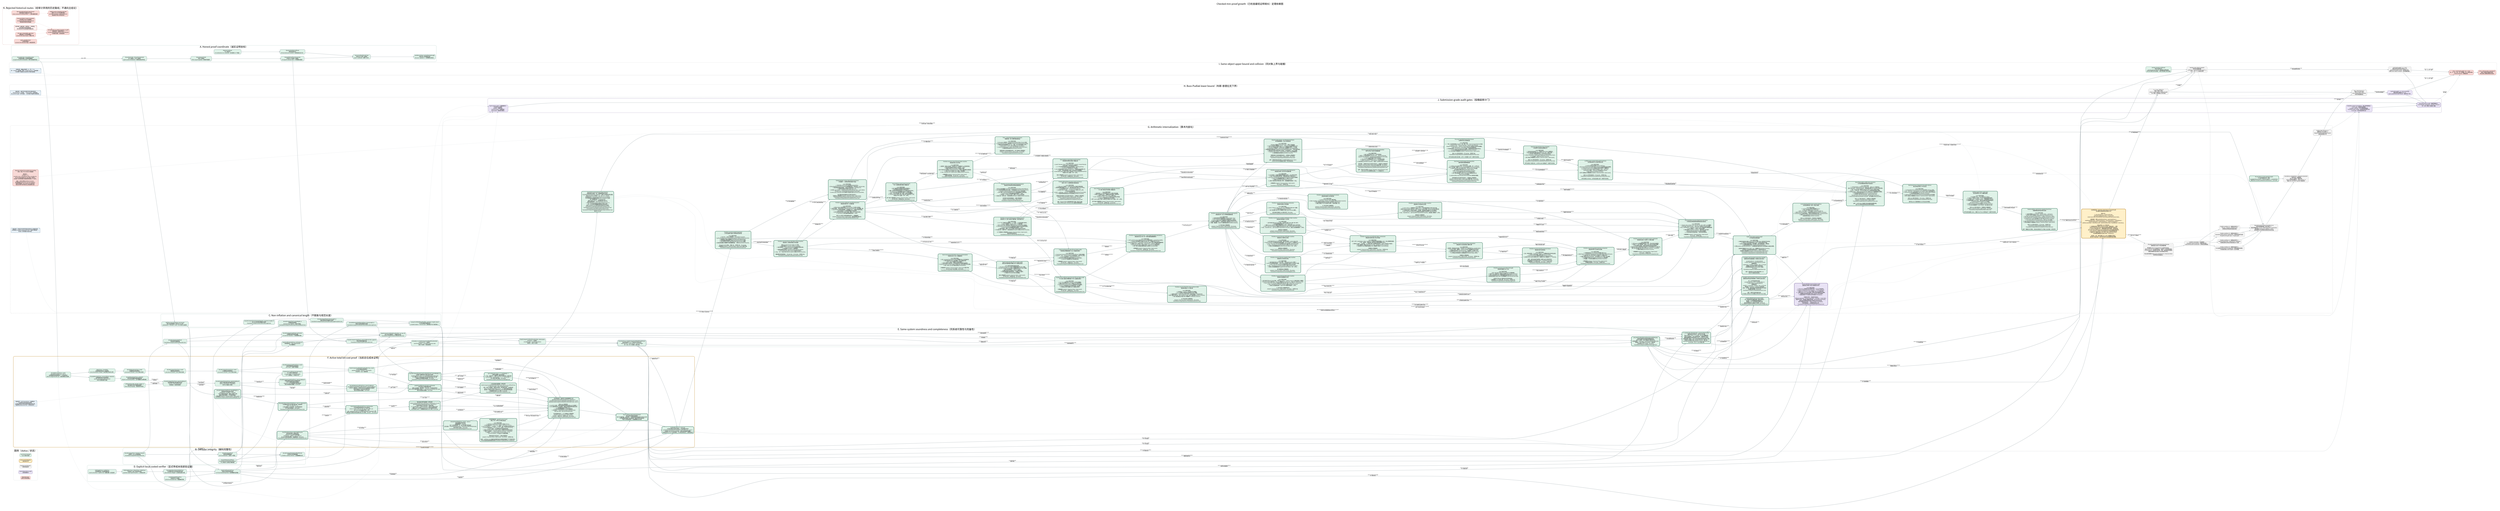
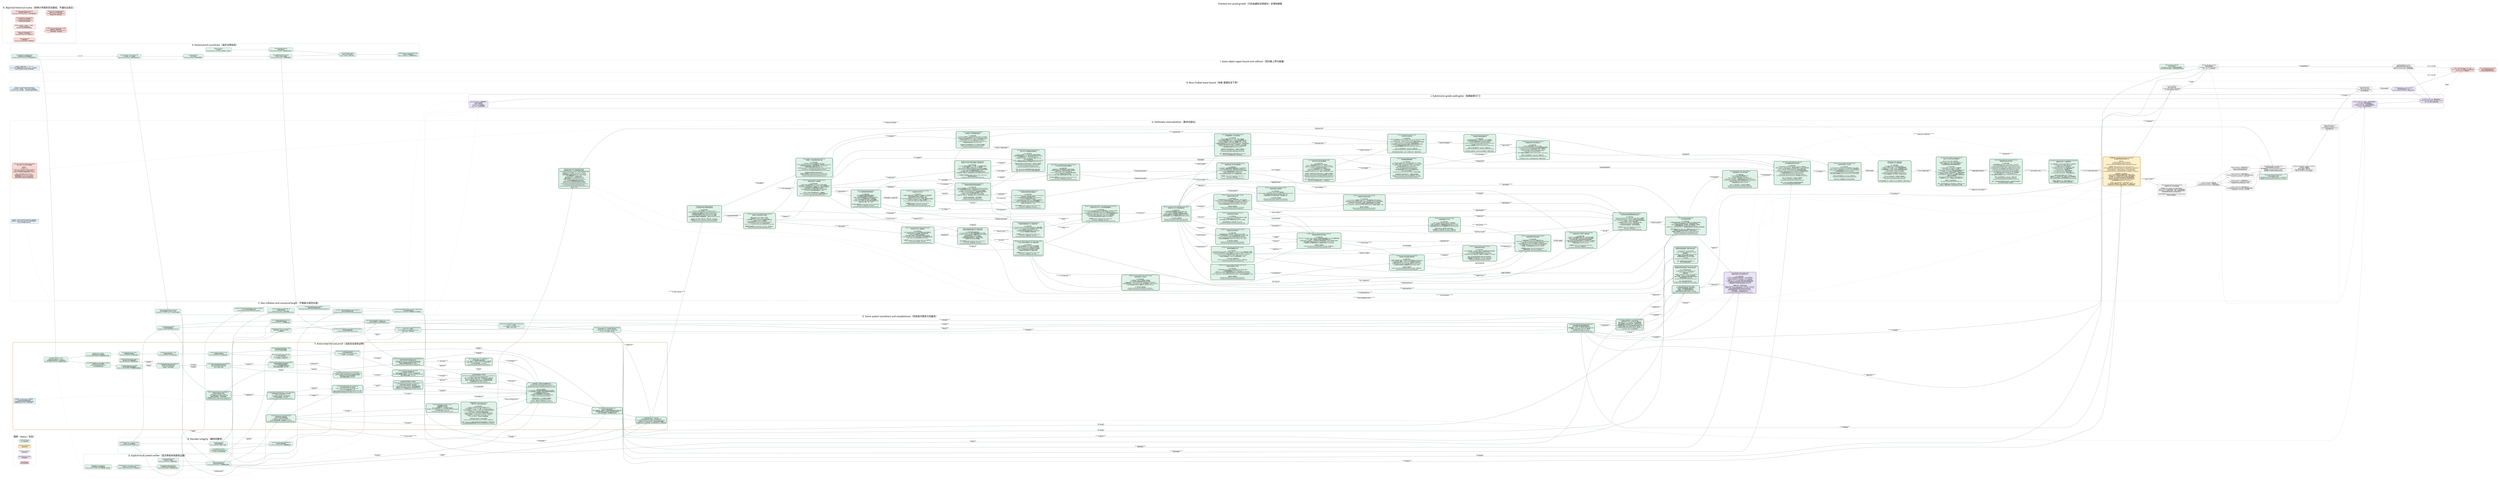
digraph CheckedMinProofDependencies {
  graph [
    rankdir=LR,
    bgcolor="white",
    compound=true,
    newrank=true,
    pad="0.35",
    nodesep="0.30",
    ranksep="0.62",
    fontname="Noto Sans CJK SC",
    fontsize=24,
    label="Checked min-proof growth（已检查最短证明增长）定理依赖图",
    labelloc="t",
    labeljust="c"
  ];
  node [
    shape=box,
    style="rounded,filled",
    fontname="Noto Sans CJK SC",
    fontsize=10.5,
    color="#526d75",
    fillcolor="#eef3f4",
    margin="0.14,0.09",
    penwidth=1.2
  ];
  edge [
    fontname="Noto Sans CJK SC",
    fontsize=8.5,
    color="#65777d",
    arrowsize=0.68,
    penwidth=1.05
  ];

  subgraph cluster_legend {
    label="图例（status / 状态）";
    color="#c8d1d4";
    style="rounded";
    done [label="Lean kernel checked\nLean 内核已检查", fillcolor="#dff2e8", color="#3f7c66"];
    active [label="Active proof obligation\n当前证明义务", fillcolor="#fff0c9", color="#b37a12", penwidth=2.2];
    pending [label="Pending root theorem\n待闭合根定理", fillcolor="#f3f3f3", color="#777777", style="rounded,filled,dashed"];
    audit [label="Axiom/dependency audit\n公理/依赖审计", fillcolor="#e9e3f5", color="#76639a"];
    rejected [label="Rejected route\n经审计弃用的路线", fillcolor="#f8d9d6", color="#a8443d", style="rounded,filled,dashed"];
  }

  subgraph cluster_coordinate {
    label="A. Honest proof coordinate（诚实证明坐标）";
    color="#8fb7aa";
    style="rounded";

    natcode [label="binaryNatCode / decodeBinaryNat\n自然数前缀码 / 自然数前缀解码\nescaped-bit prefix serialization（转义位前缀序列化）", fillcolor="#dff2e8"];
    syntaxcode [label="binaryTermCode + binaryFormulaCode\n项二进制码 + 公式二进制码\ntyped syntax serialization（类型化语法序列化）", fillcolor="#dff2e8"];
    sequentcode [label="binarySequentCode\n序列二进制码\nfinite sequent payload（有限序列载荷）", fillcolor="#dff2e8"];
    prooftree [label="CheckedPAProofTree.binaryCode\n已检查 PA 证明树二进制码\n10 sequent-calculus rules（十条相继式规则）", fillcolor="#dff2e8"];
    axiomcert [label="PAAxiomCertificate\nPA 公理证书\n23 constructors incl. induction（含归纳的 23 个构造）", fillcolor="#dff2e8"];
    structcert [label="StructuralValidityCertificate\n结构有效性证书\nall local witnesses counted（全部局部见证计长）", fillcolor="#dff2e8"];
    certifiedcode [label="binaryCertifiedPAProofCode\n带证书 PA 证明二进制码\nproof + certificate（证明 + 证书）", fillcolor="#dff2e8"];
    packedcode [label="packBinaryString / packedPayloadLength\n位串打包 / 有效载荷长度\nNat.size = payload + 1（自然数位长等式）", fillcolor="#dff2e8"];

    natcode -> syntaxcode [label="labels / 标签"];
    syntaxcode -> sequentcode;
    sequentcode -> prooftree;
    axiomcert -> structcert;
    prooftree -> certifiedcode;
    structcert -> certifiedcode;
    certifiedcode -> packedcode;
  }

  subgraph cluster_decoder {
    label="B. Decoder integrity（解码完整性）";
    color="#8fb7aa";
    style="rounded";

    typeddecoder [label="decodeCompactTerm / Formula / Sequent\n紧凑项 / 公式 / 序列解码器\nFoundationCompactPAProofVerifier.lean", fillcolor="#dff2e8"];
    proofdecoder [label="decodeCompactProof\n紧凑证明树解码器\nall 10 constructors（全部十个构造）", fillcolor="#dff2e8"];
    certdecoder [label="decodePAAxiomCertificate\ndecodeStructuralValidityCertificate\nPA 公理证书 / 结构证书解码器", fillcolor="#dff2e8"];
    packeddecoder [label="decodeCompactPackedCertifiedPAProof\n打包带证书证明解码器\nno hidden auxiliary witness（无隐藏辅助见证）", fillcolor="#dff2e8"];

    typeddecoder -> proofdecoder;
    certdecoder -> packeddecoder;
    proofdecoder -> packeddecoder;
  }

  subgraph cluster_size {
    label="C. Non-inflation and canonical length（不膨胀与规范长度）";
    color="#8fb7aa";
    style="rounded";

    structural [label="decodeCompactProof_parseWeight_le\n证明解码结构量界\nstructural non-inflation（结构不膨胀）\nFoundationCompactProofDecoderStructuralBound.lean", fillcolor="#dff2e8"];
    syntaxcanonical [label="decodeCompactTerm/Formula/Sequent_canonical_length_le\n项/公式/序列规范重编码长度界\nFoundationCompactCanonicalDecodeLength.lean", fillcolor="#dff2e8"];
    proofcanonical [label="decodeCompactProof_binaryLength_le\n完整证明树规范重编码长度界\nFoundationCompactProofCanonicalDecodeLengthComplete.lean", fillcolor="#dff2e8"];
    certcanonical [label="decodeStructuralValidityCertificate_binaryLength_le\n结构证书规范重编码长度界\nFoundationCompactCertificateCanonicalDecodeLength.lean", fillcolor="#dff2e8"];
    totalcanonical [label="compactCertifiedPAProofVerifier_canonical_length_bound\n公开验证器规范载荷总界\naccepted output <= honest input（接受输出不长于诚实输入）", fillcolor="#dff2e8"];
    transformsize [label="shift/free/neg/substitution size bounds\n移位/自由变量嵌入/否定/代入大小界\nsubstitution <= formula × term（代入至多公式乘项）", fillcolor="#dff2e8"];

    typeddecoder -> syntaxcanonical;
    proofdecoder -> structural;
    syntaxcanonical -> proofcanonical;
    certdecoder -> certcanonical;
    proofcanonical -> totalcanonical;
    certcanonical -> totalcanonical;
    syntaxcode -> transformsize;
  }

  subgraph cluster_explicit_local {
    label="D. Explicit local costed verifier（显式带成本局部验证器）";
    color="#8fb7aa";
    style="rounded";

    biteq [label="bitStringEqTrace / natEqTrace\n位串相等轨迹 / 自然数相等轨迹\nresult correctness + explicit cost（结果正确 + 显式成本）", fillcolor="#dff2e8"];
    bitset [label="bitStringMemTrace / SubsetTrace / SetEqTrace\n位串成员 / 包含 / 集合等价轨迹\nquadratic-style explicit bounds（二次型显式界）", fillcolor="#dff2e8"];
    formulalist [label="formulaEq/Mem/Subset/SetEqTrace\n公式相等/成员/包含/集合等价轨迹\ncode emission charged（公式码生成已计费）", fillcolor="#dff2e8"];
    listedtree [label="ListedCheckedPAProofTree\n列表序列 PA 证明树\npreserves decoded lists（保留解码列表）", fillcolor="#dff2e8"];
    listedcert [label="listedCertificateValidTrace\n列表证书有效性成本轨迹\nno Finset decide black box（无有限集判定黑箱）", fillcolor="#dff2e8"];

    biteq -> bitset;
    bitset -> formulalist;
    listedtree -> listedcert;
    formulalist -> listedcert;
    transformsize -> listedcert [label="local transforms\n局部变换"];
  }

  subgraph cluster_same_system {
    label="E. Same-system soundness and completeness（同系统可靠性与完备性）";
    color="#8fb7aa";
    style="rounded";

    listdecoder [label="decodeCompactListedProof\n列表保持证明解码器\nFoundationCompactListedProofDecoder.lean", fillcolor="#dff2e8"];
    projection [label="decodeCompactListedProof_toChecked\n列表解码投影到原检查器\n10-rule fuel induction（十规则燃料归纳）", fillcolor="#dff2e8"];
    localiff [label="listedCertificateValidTrace_toChecked_iff\n新局部轨迹 <-> 原 certificateValid\n语义精确等价", fillcolor="#dff2e8"];
    publiciff [label="listedCompactCertifiedPAProofVerifier_eq_true_iff\n新公开验证器接受 <-> 精确检查关系\nFoundationCompactListedCertifiedVerifier.lean", fillcolor="#dff2e8"];
    soundness [label="listedCompactCertifiedPAProofVerifier_toDerivation\nsoundness（可靠性）\naccepted code -> real PA Derivation2\n接受码 -> 真实 PA 推导", fillcolor="#dff2e8"];
    listencoder [label="decodeCompactListedProof_canonicalBinaryCode_append\n列表证明规范编码往返\nFoundationCompactListedProofEncoder.lean", fillcolor="#dff2e8"];
    completeness [label="derivation_to_listedCompactCertifiedPAProofVerifier\ncompleteness（完备性）\nreal PA derivation -> accepted canonical code\n真实 PA 推导 -> 规范接受码", fillcolor="#dff2e8"];
    predicate [label="Concrete P(x,y) / ListedCompactCertifiedPAProofChecks\n具体证明谓词 P(x,y) / 列表带证书检查关系\nsame formula + same checker + honest length\n同一公式 + 同一检查器 + 诚实长度", fillcolor="#dff2e8", penwidth=2.0];
    minmeasure [
      label="minListedCertifiedPAProofPayloadLength(formula)\n具体检查器诱导的最短完整载荷长度\n真实 PA 推导 -> 最小值由某个接受码实现\n任意接受码 -> minimum <= packedPayloadLength(code)\n接受码 -> 同公式真实 Derivation2（推导树）\n无项目级 proof_length；无 sorryAx\nFoundationCompactListedMinProofLength.lean",
      fillcolor="#dff2e8", color="#2f6f57", penwidth=2.8
    ];
    canonicalnormalize [
      label="P_canon(code, formulaCode) + canonical Bool verifier\n纯数值规范证明关系 + 规范布尔验证器\nBool verifier = true <-> P_canon，由 Lean 精确证明\n任意公开接受码 -> 同公式码规范码，完整载荷不增长\n最短完整载荷必由真实规范 proof + certificate 码实现\n全体码有限一致性 <-> 同 cutoff 的纯数值规范码有限一致性\n非规范/冗余编码不能人为压低 minimum（最小值）\nFoundationCompactListedCanonicalNormalization.lean\n无 sorryAx；仅三个 Lean 标准公理",
      fillcolor="#dff2e8", color="#2f6f57", penwidth=2.8
    ];

    typeddecoder -> listdecoder;
    listdecoder -> projection;
    proofdecoder -> projection;
    listedcert -> localiff;
    projection -> publiciff;
    localiff -> publiciff;
    packeddecoder -> publiciff;
    publiciff -> soundness;
    prooftree -> listencoder;
    listdecoder -> listencoder;
    listencoder -> completeness;
    listedcert -> completeness;
    soundness -> predicate;
    completeness -> predicate;
    predicate -> minmeasure [label="minimum over accepted codes\n对接受码取最小值"];
    completeness -> minmeasure [label="nonempty accepted set\n接受集合非空"];
    publiciff -> canonicalnormalize [label="decode every accepted code\n解码任意接受码"];
    listencoder -> canonicalnormalize [label="canonical re-encoding\n规范重编码"];
    totalcanonical -> canonicalnormalize [label="no payload growth\n载荷不增长"];
    minmeasure -> canonicalnormalize [label="minimum realized canonically\n最小值由规范码实现"];
  }

  subgraph cluster_cost_active {
    label="F. Active total bit-cost proof（当前总位成本证明）";
    color="#c18a27";
    style="rounded,bold";

    nattrace [label="decodeBinaryNatTrace_result\ndecodeBinaryNatTrace_cost_le\n自然数解码轨迹结果等价 + 二次位成本界\nNat.bit charged by Nat.size（按自然数位长收费）", fillcolor="#dff2e8", color="#3f7c66"];
    tracebind [label="OptionTrace + traceBind\n可选结果成本轨迹 + 轨迹绑定\nevery bind/failure charged（每次绑定/失败均计费）", fillcolor="#dff2e8", color="#3f7c66"];
    vectortrace [label="decodeManyVectorTrace_result\n向量解码轨迹结果等价\nLean kernel checked（Lean 内核已检查）", fillcolor="#dff2e8", color="#3f7c66"];
    termtrace [label="decodeCompactTermTrace_result\n项解码轨迹结果等价\nLean kernel checked（Lean 内核已检查）", fillcolor="#dff2e8", color="#3f7c66"];
    formulatrace [label="decodeCompactFormulaTrace_result\n公式解码轨迹结果等价\nLean kernel checked（Lean 内核已检查）", fillcolor="#dff2e8", color="#3f7c66"];
    prooftrace [label="decodeCompactListedProofTrace_result\n列表证明解码轨迹结果等价\nall 10 rules（全部十条规则）", fillcolor="#dff2e8", color="#3f7c66"];
    certtrace [label="PA/structural certificate decoder traces\nPA / 结构证书解码轨迹\n23 axiom tags + 4 recursive nodes\n23 个公理标签 + 4 种递归节点", fillcolor="#dff2e8", color="#3f7c66"];
    publictrace [label="listedCompactCertifiedPAProofVerifierTrace_result\n公开验证器轨迹结果等价\npacked envelope + formula + local checks\n打包外壳 + 公式 + 局部检查", fillcolor="#dff2e8", color="#3f7c66"];
    natpotential [label="decodeBinaryNatTrace_success/failure_potential\n自然数解码成功/失败势能界\nquartic consumed-prefix invariant\n四次已消费前缀不变量", fillcolor="#dff2e8", color="#3f7c66"];
    vectorpotential [label="decodeManyVectorTrace_potential\n任意长度向量解码摊还势能定理\ndisjoint consumed prefixes（互不重叠的已消费前缀）", fillcolor="#dff2e8", color="#3f7c66"];
    symbolcharge [label="arithmeticFunc/Rel_decode_charge_le\n算术函数/关系符号解码收费界\nfinite ORing language（有限有序环语言）", fillcolor="#dff2e8", color="#3f7c66"];
    termpotential [label="decodeCompactTermTrace_parserCostBound\n紧凑项解码器全路径摊还成本界\nsuccess + every failure path\n成功路径 + 全部失败路径", fillcolor="#dff2e8", color="#3f7c66"];
    formulapotential [label="decodeCompactFormulaTrace_parserCostBound\n紧凑公式解码器全路径摊还成本界\natoms / connectives / quantifiers\n原子式 / 联结词 / 量词", fillcolor="#dff2e8", color="#3f7c66"];
    proofpotential [
      label="decodeCompactListedProofTrace_parserCostBound\n列表证明树全路径四次势能成本界\n十条 PA 相继式规则全部通过\nand/cut 二叉子证明势能已望远镜相消\n成功/失败路径全覆盖；无 sorryAx",
      fillcolor="#dff2e8", color="#3f7c66"
    ];
    certpotential [
      label="decodePAAxiomCertificateTrace_parserCostBound\ndecodeStructuralValidityCertificateTrace_parserCostBound\n23 种 PA 公理标签 + 4 种递归证书节点全路径四次势能界\n归纳公理体和二元证书树已摊还闭合\n成功/失败路径全覆盖；无 sorryAx",
      fillcolor="#dff2e8", color="#3f7c66", penwidth=2.2
    ];
    packedcost [
      label="packed proof/formula decoder cost bounds\n打包证明/公式解码器成本界\n证明+证书串联、末位哨兵、dropLast、空后缀全部闭合\n两个公开打包解码器均不超过 2 × decoderPotential(Nat.size code)\n成功/失败路径全覆盖；无 sorryAx",
      fillcolor="#dff2e8", color="#2f6f57", penwidth=2.8
    ];
    transformcode [
      label="transformation binary-code length bounds\n语法变换完整二进制码长界\nshift/free/neg 均至多线性膨胀\nsubstitution：|phi[t]| <= 3(F+1)(W+1)F\n含 qpow 量词深度预算；无隐藏参数；无 sorryAx\nFoundationCompactSyntaxTransformationCodeBounds.lean",
      fillcolor="#dff2e8", color="#2f6f57", penwidth=2.8
    ];
    negtrace [
      label="binaryFormulaNegTrace_result / _cost_le\n否定变换真实递归轨迹\n结果精确等于 ∼formula\n每个公式构造收费一步；原子项向量不重复遍历\n执行成本 <= formulaSymbolCount <= |binaryFormulaCode(formula)|\n单文件探针已通过；无 sorryAx\nFoundationCompactSyntaxNegationTrace.lean",
      fillcolor="#dff2e8", color="#2f6f57", penwidth=2.8
    ];
    axmjoint [
      label="axm comparator input <= 2 * jointWeight + 1\n公理比较器输入联合坐标界\n上下文、候选句子、完整 PA 公理证书均落在同一诚实位权\ncertificateBits + sentenceBits + 1 <= 2 * jointWeight + 1\n四个坐标引理已通过；无 sorryAx\nFoundationCompactListedAxiomJointWeight.lean",
      fillcolor="#dff2e8", color="#2f6f57", penwidth=2.8
    ];
    honestproof [
      label="decodeCompactListedProof_honestWeight_le\n列表保持证明树诚实位权界\nweight(tree) + 8|suffix| <= 8|input|\n十条 PA 规则全部闭合；重复公式逐个计费\n覆盖任意成功解码，不只是规范编码\n公理画像仅 propext / Classical.choice / Quot.sound\nFoundationCompactListedProofHonestWeight.lean",
      fillcolor="#dff2e8", color="#2f6f57", penwidth=2.8
    ];
    honestcert [
      label="decodeCompactPackedListedCertifiedPAProof_honestWeight_le\n证明树+完整结构证书联合诚实位权界\njointWeight(tree,cert) <= 8 * packedPayloadLength(code)\nPA 公理证书 23 标签及递归证书全部由实际输入位计费\n无辅助见证和隐藏长度参数；无 sorryAx\nFoundationCompactListedCertifiedHonestWeight.lean",
      fillcolor="#dff2e8", color="#2f6f57", penwidth=2.8
    ];
    localprimitives [
      label="formulaEq/Mem/Subset/SetEqTrace_cost_le_polynomial\n公式相等/成员/包含/集合等价统一位成本界\nP(w) = 4 + 2(w+3)^2 + w\nw 是全部输入公式码位权，包含列表重复项\n四个端点全部通过；无 sorryAx\nFoundationCompactListedLocalCostPrimitives.lean",
      fillcolor="#dff2e8", color="#2f6f57", penwidth=2.8
    ];
    localbranches9 [
      label="10/10 listedCertificateValidTrace cost branches\n十条证明规则局部成本分支全部闭合\nclosed / verum / and / or / all / exs / wk / shift / cut：\n由 P(G(w)) 及生成语法界统一计费\naxm：由 A(w)=K*(2w+1)^12 的真实 guarded comparator 计费\n最终每节点固定多项式包络已由 Lean 检查；无 haxm、无 sorryAx",
      fillcolor="#dff2e8", color="#2f6f57", penwidth=2.8
    ];
    localinduction [
      label="联合坐标内部归纳骨架 + 具体实例\nlistedCertificateValidTrace_jointCost_le_polynomial_of_axm\nguardedListedCertificateValidTrace_jointCost_le\n十规则证明树/证书同步统一归纳已通过\nb = proofWeight + certificateWeight（证明+证书联合位权）\n抽象 haxm 已由真实 guarded axm 成本定理具体消除\n公开实例无 haxm；公理画像仅标准 Lean 公理；无 sorryAx",
      fillcolor="#dff2e8", color="#2f6f57", penwidth=2.8
    ];
    publicskeleton [
      label="公开总成本内部骨架 + 具体实例\nlistedCompactCertifiedPAProofVerifierTrace_cost_le_of_certificateTrace\ns = Nat.size(code) + Nat.size(formulaCode)\n合并：两个打包解码、局部证书检查、结论集合比较、公式码比较\nQ(s)=4*decoderPotential(s)+L(s)+1，L(s) 是显式固定多项式\n原先唯一内部证书成本义务现已由 guarded 联合成本定理消除\n公理画像仅标准 Lean 公理；无 sorryAx\nFoundationCompactListedPublicCostSkeleton.lean",
      fillcolor="#dff2e8", color="#2f6f57", penwidth=2.8
    ];
    publiccost [
      label="【主终端完成：具体带守卫检查器最终汇合】\nguardedListedCertificateValidTrace_jointCost_le\nguardedListedCompactCertifiedPAProofVerifierTrace_result\nguardedListedCompactCertifiedPAProofVerifierTrace_cost_le\n\n已由 Lean 内核检查：\n1. axm 的 23 标签、接受/拒绝路径和候选长度 guard 全部统一；\n2. axm 局部成本进入与证明树、结构证书相同的诚实联合位权；\n3. 十规则整树成本不再带 haxm；\n4. 公开轨迹结果精确等于公开验证器结果；\n5. 总位成本 <= listedPublicVerifierCostPolynomial(\n   Nat.size code + Nat.size formulaCode)。\n\n定向构建退出码 0；五个关键端点公理画像仅\npropext / Classical.choice / Quot.sound。\n无 haxm、无输入包、无项目公设、无 sorryAx。\nFoundationCompactListedGuardedAxiomCost.lean",
      fillcolor="#dff2e8", color="#2f6f57", penwidth=2.8
    ];
    amortized [label="Success/failure total potential bound\n成功/失败全路径总势能界\n两个打包解码器、语法变换、十规则局部检查和最终比较均已计费\n公开轨迹的所有输入对均满足同一固定多项式位成本界\n不是只分析接受路径；无隐藏辅助见证长度", fillcolor="#dff2e8", color="#2f6f57", style="rounded,filled", penwidth=2.8];
    costnote [shape=note, label="关键注释：result equivalence（结果等价）\n只证明轨迹没有改掉验证结果；\n必须再证明成功/失败全路径的固定多项式界，\n才能声称 polynomial time（多项式时间）。", fillcolor="#e8f1f8", color="#4e7892"];
    transformtrace [label="【共享终端完成：guarded axiom trace】\n移位 / 代入 / 带守卫公理比较轨迹\n\nLean 内核已检查：\n1. shift/free/substitution/list/fixitr 的真实 QTrace；\n2. fixitr 输出码长 <= 4*(L+1)^2；成本 <= 128*(m+L+1)^2*L；\n3. succInd 四次代入、三次否定、三个析取、两个全称量词全部真实执行；\n4. succInd 输出码长 <= 10^7*(L+1)^4；成本 <= 10^11*(L+1)^12；\n5. guard 完备：合法相等候选不会被提前拒绝；\n6. 接受分支 fixitr/allClosure/formulaEq 与拒绝分支总成本均闭合；\n7. 全部 23 标签统一：true iff certificate.sentence = candidate；\n8. 总成本 <= K*(certificateBits+sentenceBits+1)^12，\n   K=10^30+(3B+4)，B 为显式 26 句固定预算。\n\n两条验收命令退出码 0；关键公理画像仅\npropext / Classical.choice / Quot.sound；无 sorryAx、无项目公设。\n\n边界：certificate-only 直接生成完整归纳句在稀疏变量编号下不可能多项式；\n本节点完成的是保持接受关系的 candidate-length guarded comparator。", fillcolor="#dff2e8", color="#2f6f57", style="rounded,filled", penwidth=2.8];
    polytime [label="VerifierBitCost(x,y) <= p(|x|+|y|)\n公开验证器总位成本不超过一个显式固定多项式\nguardedListedCompactCertifiedPAProofVerifierTrace_cost_le\n对全部 code/formulaCode 成立，成功与失败路径均覆盖\n这里是项目 QTrace 位成本模型；PA 内短证明仍由下一簇单独完成", fillcolor="#dff2e8", color="#2f6f57", style="rounded,filled", penwidth=2.8];

    natcode -> nattrace;
    nattrace -> tracebind;
    tracebind -> vectortrace;
    vectortrace -> termtrace;
    termtrace -> formulatrace;
    formulatrace -> prooftrace;
    certdecoder -> certtrace;
    formulatrace -> certtrace;
    prooftrace -> publictrace;
    certtrace -> publictrace;
    publictrace -> amortized [label="exact behavior first\n先固定精确行为"];
    nattrace -> natpotential;
    natpotential -> vectorpotential;
    vectorpotential -> termpotential [label="argument vectors\n参数向量"];
    symbolcharge -> termpotential [label="finite symbol decoding\n有限符号解码"];
    termpotential -> formulapotential [label="terms inside atoms\n原子式中的项"];
    formulapotential -> proofpotential [label="formulas inside sequents\n序列中的公式"];
    proofpotential -> certpotential [label="proof/certificate alignment\n证明树/证书树对齐"];
    formulapotential -> certpotential [label="induction body\n归纳公理体"];
    certpotential -> packedcost [label="proof + certificate stream\n证明 + 证书串"];
    publictrace -> packedcost [label="same executable result\n同一可执行结果"];
    packedcost -> publiccost [label="decoded objects\n已解码对象"];
    transformsize -> transformcode [label="from symbol count to full bits\n从符号数提升到完整位长"];
    transformcode -> negtrace [label="input bit-length control\n输入位长控制"];
    negtrace -> publiccost [label="closed/cut negation charge\n闭合/切规则否定计费"];
    transformcode -> publiccost [label="generated-code bounds\n生成公式码长界"];
    listdecoder -> honestproof [label="all successful parses\n全部成功解码"];
    honestproof -> honestcert [label="proof-tree charge\n证明树计费"];
    certcanonical -> honestcert [label="full certificate bits\n完整证书位"];
    honestcert -> publiccost [label="joint decoded-data bound\n联合解码数据界"];
    honestcert -> axmjoint [label="proof + certificate coordinate\n证明 + 证书坐标"];
    axmjoint -> publiccost [label="guarded comparator input bound\n带守卫比较器输入界"];
    listedcert -> localprimitives [label="exact trace costs\n精确轨迹成本"];
    honestproof -> localprimitives [label="duplicate-preserving weights\n保留重复项位权"];
    localprimitives -> publiccost [label="uniform quadratic bound\n统一二次界"];
    localprimitives -> localbranches9 [label="per-rule instantiation\n逐规则实例化"];
    transformcode -> localbranches9 [label="generated syntax bounds\n生成语法界"];
    localbranches9 -> publiccost [label="nine checked branches\n九条已检查分支"];
    localbranches9 -> localinduction [label="structural aggregation\n结构汇总"];
    localinduction -> publiccost [label="haxm concretely discharged\nhaxm 已由具体定理消除"];
    localinduction -> publicskeleton [label="local certificate polynomial\n局部证书多项式"];
    packedcost -> publicskeleton [label="two packed decoder bounds\n两个打包解码界"];
    honestcert -> publicskeleton [label="decoded joint weight\n解码联合位权"];
    publicskeleton -> publiccost [label="concrete discharge checked\n具体消义务已检查"];
    listedcert -> publiccost [label="explicit local checks\n显式局部检查"];
    publiccost -> amortized;
    totalcanonical -> amortized [label="consumed-length control\n消费长度控制"];
    costnote -> amortized [style=dotted, arrowhead=none, constraint=false];
    transformcode -> transformtrace;
    transformtrace -> publiccost [label="guarded axm + shift/free/substitution costs\n带守卫公理 + 移位/自由化/代入成本"];
    amortized -> polytime;
    transformtrace -> polytime;
    totalcanonical -> polytime [label="input/output length control\n输入输出长度控制"];
    listedcert -> polytime [label="local cost bounds\n局部成本界"];
    predicate -> polytime [label="exact executable relation\n精确可执行关系"];
  }

  subgraph cluster_internalization {
    label="G. Arithmetic internalization（算术内部化）";
    color="#9a9a9a";
    style="rounded,dashed";

    defaultlistcode [label="Rejected: default Primcodable list encoding\n弃用：默认 Primcodable 列表编码\n\n源码审计：\nencode [] = 0；\nencode (x::xs) = succ(pair(encode x, encode xs))。\nNat.pair 的位长界对 tail code 带约 2 倍因子；\n沿长度 m 的列表递推只能直接得到潜在 2^m 放大。\n\n结论：它足以证明 primitive recursive，\n但不能承担 polynomial-size trace witness。\n改用长度前缀 + binaryNatCode 自定界流，\n使总位长等于各字段位长之和加线性头部。", fillcolor="#f8d9d6", color="#a8443d", style="rounded,filled,dashed", penwidth=2.4];
    additivecodecbase [label="Additive typed token codec base\n加法型类型化 token 编解码基础\n\nLean 内核已检查：\n1. Nat 用单 token；Bool 用显式 0/1 token；\n2. Option 只增加 0/1 标签；Product 直接拼接两段编码；\n3. List 使用 count :: flatMap encode，不使用嵌套 Nat.pair；\n4. 列表解码器按 count 迭代，保存反向累积表后恢复原顺序；\n5. Nat/Bool/Option/Product/List 均满足\n   decode(encode(x) ++ suffix)=some(x,suffix)；\n6. 全部 encode/decode/迭代函数为 primitive recursive；\n7. List 总位长精确等于 count 头位长 + 各元素位长之和。\n\n定向 Lean 探针退出码 0；关键端点公理画像仅\npropext / Classical.choice / Quot.sound；无 sorryAx。\nFoundationCompactAdditiveTokenCodec.lean\n\n本节点闭合通用 codec；完整 DirectTrace 实例化由下一绿色节点关闭。", fillcolor="#dff2e8", color="#2f6f57", penwidth=2.8];
-     directtracecode [label="Packed additive code for the complete DirectTrace\n完整直接轨迹的加法型打包码\n\nLean 内核已检查：\n1. 分层实例覆盖 parser states、stream states、root traces、\n   verifier states 及完整 CompactNumericListedDirectTrace；\n2. 总 token decoder(encoder(trace) ++ suffix)=some(trace,suffix)；\n3. binaryNatCode 与 packBinaryString 均已证 primitive recursive；\n4. packed trace code 与其完整 decoder 均为 primitive recursive；\n5. decode(code(trace))=some trace，故 trace code 单射；\n6. Nat.size(code(trace)) = additiveTokenBitLength(traceTokens)+1；\n7. 所有关键端点公理画像仅 propext / Classical.choice / Quot.sound。\n\n定向 Lean 探针退出码 0；无 sorryAx、无项目公设。\nFoundationCompactAdditiveTokenCodec.lean\nFoundationCompactNumericListedDirectTraceCode.lean\n\n边界：精确位长已得到，但尚未证明其关于公开输入位长的统一多项式界。", fillcolor="#dff2e8", color="#2f6f57", penwidth=2.8];
+     additiveweightexact [label="Exact honest token weight and packed-code size\n诚实 token 位权与打包码长精确等式\n\n定义 structural weight（结构位权）：\nweight(tokens) = sum_token (Nat.size(token) + 1)。\n其中 +1 明确支付每个 token 的自定界结构成本，\n没有把列表结构或分隔符成本藏在常数中。\n\nLean 内核已检查：\n1. weight 对空表、cons 与 append 有精确递推；\n2. binaryNatCode 总长度 = 2 * weight；\n3. Nat/Bool/Option/Product/List 编码位权均有精确组合公式；\n4. List 位权 = count 头位权 + 各元素编码位权之和；\n5. 定义 typed valueWeight（类型化值位权），积类型严格相加；\n6. 若列表每个元素 valueWeight <= B，则整个列表位权 <=\n   Nat.size(length)+1 + length*B；该行数乘逐行预算桥已核验；\n7. 最终打包自然数满足\n   Nat.size(packedCode(tokens)) = 2 * weight(tokens) + 1；\n8. 关键端点无 sorryAx，公理画像仅标准三项或其子集。\n\n单模块 Lean 探针退出码 0。\nFoundationCompactAdditiveTokenCodec.lean\n\n边界：本节点闭合通用 token 流与列表汇总；完整 DirectTrace\n已实例化，当前需证明每一合法状态行的统一位权界。", fillcolor="#dff2e8", color="#2f6f57", penwidth=2.8];
+     directtracecode [label="Packed additive code for the complete DirectTrace\n完整直接轨迹的加法型打包码\n\nLean 内核已检查：\n1. 分层实例覆盖 parser states、stream states、root traces、\n   verifier states 及完整 CompactNumericListedDirectTrace；\n2. 总 token decoder(encoder(trace) ++ suffix)=some(trace,suffix)；\n3. binaryNatCode 与 packBinaryString 均已证 primitive recursive；\n4. packed trace code 与其完整 decoder 均为 primitive recursive；\n5. decode(code(trace))=some trace，故 trace code 单射；\n6. Nat.size(code(trace)) = additiveTokenBitLength(traceTokens)+1；\n7. 定义完整轨迹诚实位权 traceWeight 后，进一步精确得到\n   Nat.size(code(trace)) = 2 * traceWeight(trace) + 1；\n8. 所有关键端点公理画像仅 propext / Classical.choice / Quot.sound。\n\n定向 Lean 探针退出码 0；无 sorryAx、无项目公设。\nFoundationCompactAdditiveTokenCodec.lean\nFoundationCompactNumericListedDirectTraceCode.lean\n\n边界：码长到结构位权的转换已完全闭合；尚需证明合法轨迹位权\n关于公开输入位长的统一多项式界。", fillcolor="#dff2e8", color="#2f6f57", penwidth=2.8];
+     tracecomponentdecomp [label="Exact twelve-component DirectTrace weight decomposition\n完整轨迹位权的十二分量精确分解\n\nLean 内核已检查：总 traceWeight 严格等于以下分量之和：\n1-2. certified/formula 两份公开 token 流；\n3-4. 两份 packed-stream 解包轨迹；\n5-7. proof/certificate/formula 三份外层 parser 轨迹；\n8. certified parsed parts（已认证解析结果包）；\n9. root proof node（根证明节点）；\n10. root-field direct trace（根字段直接轨迹）；\n11. parsed formula value（解析公式值）；\n12. central verifier state tableau（中央验证器状态表）。\n\n证明只打开总见证骨架上的 11 个积节点，\n明确停在十二个语义审计边界，没有用 simp 继续隐藏展开。\n定向 Lean 探针退出码 0；公理画像仅标准三项；无 sorryAx。\nFoundationCompactNumericListedDirectTraceCode.lean\n\n当前最大分量是第 12 项：其行数已精确为 fuel+1，\n尚需证明每一合法状态行的统一结构位权界。", fillcolor="#dff2e8", color="#2f6f57", penwidth=2.8];
    roottraceintegration [label="Root branch trace integrated into public witness\n根分支轨迹已接入公开总见证\n\nLean 内核已检查：\n1. CompactNumericListedDirectTrace 显式新增 rootTrace 字段；\n2. root、rootTrace、formulaValue 与 machine states 投影精确对齐；\n3. DirectTraceValid 直接调用带 rootTrace 的 certified-parts residual；\n4. 总有效性谓词继续为 primitive recursive；\n5. publicVerifier=true iff exists DirectTraceValid 的正反方向均重建；\n6. 两个总端点公理画像仅 propext / Classical.choice / Quot.sound。\n\n定向 Lean 探针退出码 0；无 sorryAx、无项目公设。\nFoundationCompactNumericListedDirectTrace.lean\n\n根字段 parser 结果黑箱已从公开总见证中移除。", fillcolor="#dff2e8", color="#2f6f57", penwidth=2.8];
    rootfieldtrace [label="Five exact root-field branch direct traces\n五类根字段分支直接轨迹\n\nLean 内核已检查：\n1. 一个统一见证同时容纳 sequent、第一/第二公式、term 与 closed-formula 轨迹；\n2. sequent-only、sequent+formula、sequent+two-formula、\n   sequent+formula+term、sequent+closed-formula 五种真实字段形状全覆盖；\n3. 每个分支 parser = some fields iff 存在对应直接轨迹；\n4. 字段值由真实 consumedTokenPrefix 重建，未使用的轨迹分量必须为空；\n5. 五个直接轨迹有效性谓词全部为 primitive recursive；\n6. 五个语义端点公理画像仅 propext / Classical.choice / Quot.sound。\n\n独立 Lean 探针退出码 0；无 sorryAx、无项目公设。\nFoundationCompactNumericListedRootFieldsDirectTrace.lean\n\n本节点闭合五类分支内部；公开 0..9 标签统一由下一绿色节点关闭。", fillcolor="#dff2e8", color="#2f6f57", penwidth=2.8];
    rootdirectdispatch [label="Exact ten-tag root direct-trace dispatch\n十标签根节点直接轨迹精确分派\n\nLean 内核已检查：\n1. 关系显式列出标签 0..9，不借用 whole parser 结果等式；\n2. 每个标签选择正确字段形状及 binder arity（绑定元数）；\n3. 空 token 流及标签不在 0..9 时不存在合法见证；\n4. whole root parser = some root iff 存在 tag-selected direct trace；\n5. 十分支统一关系为 primitive recursive；\n6. 两个端点公理画像仅 propext / Classical.choice / Quot.sound。\n\n独立 Lean 探针退出码 0；无 sorryAx、无项目公设。\nFoundationCompactNumericListedRootFieldsDirectTrace.lean\n\n本节点闭合十标签分派；certified-parts 接线由下一绿色节点关闭。", fillcolor="#dff2e8", color="#2f6f57", penwidth=2.8];
    rootresidualtrace [label="Certified-parts residual with explicit root trace\n显式根轨迹的已认证部件剩余关系\n\nLean 内核已检查：\n1. residual 现在显式接收 root 与 rootTrace；\n2. 旧 CompactNumericProofRootBranchValid 已由直接轨迹关系替换；\n3. consumed proof prefix 与根结论字段仍保持同一精确等式；\n4. certified-parts parser 成功 iff 存在同一 root、rootTrace、\n   proof parser 结果、certificate 空后缀及新 residual；\n5. 新 residual 为 primitive recursive；\n6. 两个关键端点公理画像仅 propext / Classical.choice / Quot.sound。\n\n定向 Lean 探针退出码 0；无 sorryAx、无项目公设。\nFoundationCompactNumericListedParseDecomposition.lean\n\n本节点闭合 residual；公开总见证接入由下一绿色节点关闭。", fillcolor="#dff2e8", color="#2f6f57", penwidth=2.8];
    listedconmeta [label="ListedCertifiedFiniteConsistencyAt(k)\n同一列表保持验证器的有限一致性元层语义\n无长度 <= k 的完整载荷码被接受为 ⊥\n普通及 2^(A*n) 放大版本无条件为真\n接受反向恢复同公式真实 PA 推导；无 sorryAx\nFoundationCompactListedFiniteConsistencyTarget.lean", fillcolor="#dff2e8", color="#2f6f57", penwidth=2.8];
    arithinput [label="Primitive-recursive packed input layer\n公开验证器打包输入的原始递归算术层\n\nLean 内核已检查：\n1. Nat.bits（小端二进制展开）为 primitive recursive；\n2. getLast?/dropLast 与 sentinel payload peel 均为 primitive recursive；\n3. 剥离成功 iff 输入精确等于 packBinaryString(payload)；\n4. 新剥离器结果精确等于现有 packedPayloadTrace 结果；\n5. decodeBinaryNat 已由 right-fold state machine 重建；\n6. 新状态机逐输入精确等于原前缀解码器，二者均为 primitive recursive。\n\n无 typed syntax 假设、无输入包、无项目公设、无 sorryAx；\n公理画像仅 propext / Classical.choice / Quot.sound 或其子集。\nFoundationCompactListedVerifierArithmeticInput.lean", fillcolor="#dff2e8", color="#2f6f57", penwidth=2.8];
    tokenstream [label="Primitive-recursive binary-Nat token stream machine\n原始递归二进制自然数记号流机器\n\n具体 bounded iterator 已由 Lean 检查：\n1. 状态明确区分 running / failed / accepted；\n2. 每步调用同一个 decodeBinaryNat 并保留真实剩余位串；\n3. 总步数由 inputBits+1 明确限制；\n4. 最终结果逐位串等于 repeated-prefix reference parser；\n5. binaryNatCode token stream 的规范往返成立；\n6. step、run、output 和 reference parser 全部 primitive recursive。\n\n覆盖畸形和非规范输入；无 rawCode、无 sorryAx、无项目公设。\nFoundationCompactBinaryNatStreamMachine.lean", fillcolor="#dff2e8", color="#2f6f57", penwidth=2.8];
    bitsync [label="Exact noncanonical bit/token stream synchronization\n非规范位流与 token 流精确同步\n\nLean 内核已检查：\n1. 定义 repeated decodeBinaryNat 的精确 token/位后缀关系；\n2. 关系可按任意 token 前后缀唯一切分并重新合成；\n3. 同一 token 前缀留下的位后缀唯一；\n4. 规范位编码只是特例，不把非规范高位零误判为规范码；\n5. bounded stream decoder 成功 iff 全部 token 恰好消费至空位后缀；\n6. 每个 token-list split 都对应真实 bit boundary。\n\n公理画像仅 propext / Classical.choice / Quot.sound 或其子集；\n无 canonical-input 假设、无 sorryAx。\nFoundationCompactBinaryNatStreamSynchronization.lean", fillcolor="#dff2e8", color="#2f6f57", penwidth=2.8];
    syntaxparser [label="Primitive-recursive arithmetic term/formula parser\n原始递归算术项 / 公式解析器\n\nLean 内核已检查：\n1. 纯 Nat token 状态机覆盖 bvar/fvar/func 与全部公式构造；\n2. 有序环函数、关系符号码与 typed decoder 的 decode₂ 条件精确一致；\n3. repeat frame 逐项处理参数，不按稀疏 arity 一次展开巨型任务表；\n4. 每个真实项 / 公式都有精确执行步数定理；\n5. 执行步数不超过真实 token 长度，固定二次 fuel 必然足够；\n6. 公开 parser 对规范编码精确返回同一 suffix。\n\n定向 Lean 探针与目标构建退出码 0；公理画像仅\npropext / Classical.choice / Quot.sound；静态禁用项扫描为空。\nFoundationCompactSyntaxTokenMachine.lean", fillcolor="#dff2e8", color="#2f6f57", penwidth=2.8];
    syntaxinversion [label="Exact arbitrary-input syntax inversion\n项 / 公式解析器任意输入精确反演\n\nLean 内核已检查：\n1. 每个纯数值任务栈都有类型化前缀语义；\n2. 每次数值状态转换反向保持该语义；\n3. 函数 / 关系符号有效码恢复同 arity 的真实有序环符号；\n4. repeat frame 恢复精确长度的 Fin 参数向量；\n5. 成功、失败及畸形输入统一由同一后向不变量覆盖；\n6. numeric parser 返回 suffix iff 输入等于某真实项 / 公式\n   的规范 token 前缀 ++ 同一 suffix。\n\n两个端点公理画像仅 propext / Classical.choice / Quot.sound；\n无 rawCode、无项目公设、无 sorryAx。\nFoundationCompactSyntaxTokenMachineInversion.lean", fillcolor="#dff2e8", color="#2f6f57", penwidth=2.8];
    syntaxbitsync [label="Typed syntax decoder iff exact token prefix\n类型化语法解码器与精确 token 前缀双向等价\n\nLean 内核已检查任意成功位串：\n1. decodeCompactTerm 成功 iff 精确消费该项 token 前缀；\n2. decodeCompactFormula 成功 iff 精确消费该公式 token 前缀；\n3. 两方向均保留同一个真实 bit suffix；\n4. 函数/关系符号代码由 decode₂ 精确恢复；\n5. 任意有限参数向量逐项同步，不隐藏 arity 展开；\n6. 非规范 binaryNat 表示完全覆盖。\n\n端点公理画像仅 propext / Classical.choice / Quot.sound；\n无 rawCode、无项目公设、无 sorryAx。\nFoundationCompactSyntaxBitTokenSynchronization.lean", fillcolor="#dff2e8", color="#2f6f57", penwidth=2.8];
    closedformula [label="Primitive-recursive closed-formula token machine\n原始递归闭公式记号机\n\nLean 内核已检查：\n1. 复用同一紧凑公式语法，但所有 term 位置遇到 fvar 标签即拒绝；\n2. 每次成功恢复真实类型化公式及同一 suffix；\n3. 恢复公式的 freeVariables 严格等于空集；\n4. 每个真实闭公式及每个 ArithmeticSentence 的嵌入规范编码必被接受；\n5. 成功 iff 闭公式规范 token 前缀，双向精确；\n6. step / bounded run / public parser 全部 primitive recursive。\n\n公理画像仅 propext / Classical.choice / Quot.sound；\n无额外闭性参数、无 rawCode、无 sorryAx。\nFoundationCompactClosedFormulaTokenMachine.lean", fillcolor="#dff2e8", color="#2f6f57", penwidth=2.8];
    proofparser [label="Primitive-recursive listed-proof structural parser\n原始递归列表保持证明树结构解析器\n\nLean 内核已检查：\n1. 纯 Nat 任务栈覆盖 closed/axm/verum/and/or/all/exs/wk/shift/cut；\n2. axm 标签现调用独立闭公式机，不再把普通 proposition 当 sentence；\n3. sequent cardinality 由 repeat-formula frame 逐项消费；\n4. 每个真实 ListedCheckedPAProofTree 都有精确执行步数定理；\n5. and/cut 左右子证明按编码顺序消费同一 suffix；\n6. 总步数 <= 2*tokenLength，固定二次 fuel 必然足够；\n7. 十标签分派、闭句分支、总状态机和公开 parser 全部 primitive recursive。\n\n定向探针及目标构建通过；关键公理画像仅\npropext / Classical.choice / Quot.sound。\nFoundationCompactProofTokenMachine.lean", fillcolor="#dff2e8", color="#2f6f57", penwidth=2.8];
    proofinversion [label="Exact arbitrary-input listed-proof inversion\n列表保持证明树任意输入精确反演\n\nLean 内核已检查：\n1. proof / formula / term / repeat-formula / sequent / closed-formula\n   六类任务统一具有类型化前缀语义；\n2. 十个节点标签的每条反向分支均恢复同一 typed proof tree；\n3. and/cut 严格恢复左右子树次序；\n4. axm 分支恢复真实 ArithmeticSentence，不接受含自由变量公式；\n5. 成功、失败及畸形输入由同一后向状态不变量覆盖；\n6. proof token parser 成功 iff 输入为某真实 ListedCheckedPAProofTree\n   的规范 token 前缀 ++ 同一 suffix。\n\n端点公理画像仅 propext / Classical.choice / Quot.sound；\n无 rawCode、无项目公设、无 sorryAx。\nFoundationCompactProofTokenMachineInversion.lean", fillcolor="#dff2e8", color="#2f6f57", penwidth=2.8];
    certparser [label="Primitive-recursive PA/structural certificate parsers\n原始递归 PA 公理 / 结构证书解析器（规范完备方向）\n\nLean 内核已检查：\n1. 23 个 PA 公理标签全部覆盖；0..21 固定，3/4 校验函数/关系码；\n2. tag 22 调用同一 binder-arity-1 公式解析器；\n3. 新 PA 证书 token 编码逐证书等于旧 binary code 的 Nat 前缀流；\n4. leaf/axiomCert/unary/binary 四类结构证书由显式任务栈递归解析；\n5. binary 左右子证书按编码顺序消费同一 suffix；\n6. 线性步数界、固定二次 fuel 和两个规范往返端点均已闭合；\n7. PA 标签分派、结构节点、总状态机和公开 parser 全部 primitive recursive。\n\n七个关键端点公理画像仅 propext / Classical.choice / Quot.sound；\n静态禁用项扫描为空。\nFoundationCompactCertificateTokenMachine.lean", fillcolor="#dff2e8", color="#2f6f57", penwidth=2.8];
    certinversion [label="Exact arbitrary-input PA/structural certificate inversion\nPA 公理 / 结构证书任意输入精确反演\n\nLean 内核已检查：\n1. 固定标签 0..21 逐项恢复对应 PA 公理证书构造器；\n2. 标签 3/4 恢复同 arity、同编码的真实函数 / 关系符号；\n3. 标签 22 恢复 binder-arity-1 归纳公式；\n4. leaf / axiomCert / unary / binary 四类节点全部反向恢复；\n5. binary 严格恢复左右子证书顺序；\n6. 两个 parser 成功 iff 输入为真实证书规范 token 前缀 ++ 同一 suffix。\n\n两个端点公理画像仅 propext / Classical.choice / Quot.sound；\n无 rawCode、无项目公设、无 sorryAx。\nFoundationCompactCertificateTokenMachineInversion.lean", fillcolor="#dff2e8", color="#2f6f57", penwidth=2.8];
    proofbitsync [label="Listed proof typed decoder iff exact token prefix\n列表保持证明解码器与 token 前缀双向等价\n\nLean 内核已检查：\n1. closed/axm/verum/and/or/all/exs/wk/shift/cut 十规则全覆盖；\n2. sequent、term、formula 与左右子证明保留同一真实 bit suffix；\n3. axm 分支恢复同一 ArithmeticSentence；\n4. 成功方向与完备方向均覆盖非规范 binaryNat 表示；\n5. and/cut 严格保留左右子树消费次序。\n\n公理画像仅 propext / Classical.choice / Quot.sound；\n无 rawCode、无项目公设、无 sorryAx。\nFoundationCompactProofBitTokenSynchronization.lean", fillcolor="#dff2e8", color="#2f6f57", penwidth=2.8];
    certbitsync [label="PA/structural certificate typed decoder iff exact token prefix\nPA 公理 / 结构证书解码器与 token 前缀双向等价\n\nLean 内核已检查：\n1. 23 个 PA 公理标签及 induction 公式体全部覆盖；\n2. 函数/关系符号由 decode₂ 恢复同 arity 真实符号；\n3. leaf/axiomCert/unary/binary 四类递归证书全覆盖；\n4. binary 严格保留左右证书顺序及同一位后缀；\n5. 任意成功位串与精确 token 前缀双向等价。\n\n公理画像仅 propext / Classical.choice / Quot.sound；\n无 rawCode、无项目公设、无 sorryAx。\nFoundationCompactCertificateBitTokenSynchronization.lean", fillcolor="#dff2e8", color="#2f6f57", penwidth=2.8];
    packedtokensync [label="Primitive-recursive packed stream + exact typed-decoder equivalence\n原始递归打包 token 流 + 类型化解码器精确等价\n\nLean 内核已检查：\n1. 公开 code 的 sentinel 哨兵位与 payload 剥离使用同一 packedPayloadBits；\n2. payload 逐前缀转为完整 Nat token 流，流函数已证 Primrec；\n3. listed proof tokens ++ structural certificate tokens 按公开解码顺序精确拼接；\n4. 证明码 token 流成功 iff 同一 typed proof + certificate 解码成功；\n5. formulaCode token 流成功 iff 同一 typed formula 解码成功；\n6. 两个等价均保留全载荷消费与非规范 binaryNat 表示。\n\n公理画像仅 propext / Classical.choice / Quot.sound；\n无 rawCode、无项目公设、无 sorryAx。\nFoundationCompactListedPackedBitTokenSynchronization.lean", fillcolor="#dff2e8", color="#2f6f57", penwidth=2.8];
    numericvalues [label="Primitive-recursive term/formula/sequent value parsers\n原始递归项 / 公式 / 序列数值值解析器\n\nLean 内核已检查：\n1. 在结构判断同时保留精确 canonical token slice；\n2. term 与 formula 解析返回已消费值及同一 suffix；\n3. sequent 按首 token 的基数逐公式解析并保持原顺序；\n4. 规范输入精确往返；任意成功输入恢复真实 typed syntax；\n5. 单值、重复值、sequent 总解析器全部 primitive recursive。\n\n九个审计端点公理画像仅\npropext / Classical.choice / Quot.sound；无 sorryAx。\nFoundationCompactNumericSyntaxValueParser.lean", fillcolor="#dff2e8", color="#2f6f57", penwidth=2.8];
    numericchecks [label="Primitive-recursive numeric formula-list checks\n原始递归数值公式列表检查\n\nLean 内核已检查：\n1. canonical formula token 编码单射；\n2. token equality / membership / subset / set equality 全部 primitive recursive；\n3. 四个结果在任意规范公式列表上逐点等于 typed trace；\n4. 重复元素按 Finset 外延语义处理，与原检查器一致。\n\n九个审计端点公理画像仅\npropext / Classical.choice / Quot.sound；无 sorryAx。\nFoundationCompactNumericFormulaListChecks.lean", fillcolor="#dff2e8", color="#2f6f57", penwidth=2.8];
    numericconstructors [label="Primitive-recursive direct formula constructors\n原始递归直接公式构造器\n\nLean 内核已检查：\n1. verum / falsum / and / or / all / exs 六种构造全为纯 token 函数；\n2. 六个函数全部 primitive recursive；\n3. 每个规范输入逐 token 精确等于真实 typed formula 编码。\n\n审计端点仅依赖 Lean 标准公理；无 sorryAx。\nFoundationCompactNumericFormulaConstructors.lean", fillcolor="#dff2e8", color="#2f6f57", penwidth=2.8];
    numericnegation [label="Primitive-recursive formula-negation token machine\n原始递归公式否定记号机\n\nLean 内核已检查：\n1. 运行状态只有 Nat 与 Nat 列表，不把 typed syntax 当输入；\n2. term 记号逐项原样复制，八种 formula 标签执行真实 De Morgan 对偶；\n3. term / term-list / formula 的完整任务执行语义均已闭合；\n4. step、bounded run 与公开 transform 全部 primitive recursive；\n5. 规范公式前缀精确返回 negated formula tokens + 同一 suffix。\n\n两个最终端点公理画像仅\npropext / Classical.choice / Quot.sound；无 sorryAx。\nFoundationCompactNumericFormulaNegation.lean", fillcolor="#dff2e8", color="#2f6f57", penwidth=2.8];
    numericshift [label="Primitive-recursive formula-shift token machine\n原始递归公式移位记号机\n\nLean 内核已检查：\n1. 运行状态只有 Nat 与 Nat 列表，逐任务消费同一 parser token 流；\n2. bound variable 与全部结构标签原样保留，free variable [1,i] 精确变为 [1,i+1]；\n3. term / term-list / formula 的完整执行语义逐点等于 Rewriting.shift；\n4. step、bounded run 与公开 transform 全部 primitive recursive；\n5. 规范公式前缀精确返回 shifted formula tokens + 同一 suffix。\n\n最终端点公理画像仅\npropext / Classical.choice / Quot.sound；无 sorryAx。\nFoundationCompactNumericFormulaShift.lean", fillcolor="#dff2e8", color="#2f6f57", penwidth=2.8];
    numericfree [label="Primitive-recursive formula-free token machine\n原始递归公式自由化记号机\n\nLean 内核已检查：\n1. source arity n+1 精确降到 target arity n，任务栈携带量词下真实当前元数；\n2. 最后 bound variable 变为 &0，较早 bound variable 保持，旧 free variable 取后继；\n3. 仅消费长度为 2 的真实变量头，空消费、失败路径及函数头均不会误触发；\n4. term / term-list / formula 沿元数等式的完整语义逐点等于 Rewriting.free；\n5. step、bounded run、公开 transform 均 primitive recursive，规范输入保留同一 suffix。\n\n最终端点公理画像仅\npropext / Classical.choice / Quot.sound；无 sorryAx。\nFoundationCompactNumericFormulaFree.lean", fillcolor="#dff2e8", color="#2f6f57", penwidth=2.8];
    numericsubstitution [label="Primitive-recursive one-variable substitution token machine\n原始递归单变量代入记号机\n\nLean 内核已检查：\n1. 运行状态只有 Nat 与 Nat 列表，见证项以固定 token 输入进入迭代；\n2. 任务栈精确跟踪量词下 source arity 1+d；\n3. 最后 bound variable 替换为完整闭见证 token，其余变量与结构头原样保留；\n4. term / term-list / formula 完整执行语义逐 token 等于 ((Rew.subst ![w]).qpow d)；\n5. step、bounded run、公开 transform 均 primitive recursive，规范公式前缀保留同一 suffix。\n\n最终端点公理画像仅\npropext / Classical.choice / Quot.sound；无 sorryAx。\nFoundationCompactNumericFormulaSubstitution.lean", fillcolor="#dff2e8", color="#2f6f57", penwidth=2.8];
    numericfixitr [label="Primitive-recursive formula-fixitr token machine\n原始递归变量捕获记号机\n\nLean 内核已检查：\n1. 运行状态只有 Nat 与 Nat 列表，任意 base arity n、capture count m 与量词深度 d 均覆盖；\n2. bound variable 保持不变；free i<m 精确变为 bound n+d+i；其余 free i 变为 free (i-m)；\n3. term / term-list / formula 完整执行语义逐 token 等于 ((Rew.fixitr n m).qpow d)；\n4. step、bounded run 与公开 transform 全部 primitive recursive；\n5. 规范公式前缀返回同一 typed fixitr 结果并保留同一 suffix。\n\n十个审计端点公理画像至多为\npropext / Classical.choice / Quot.sound；无 sorryAx、无项目公设。\nFoundationCompactNumericFormulaFixitr.lean", fillcolor="#dff2e8", color="#2f6f57", penwidth=2.8];
    numericsuccind [label="Primitive-recursive succInd(body) token construction\n原始递归后继归纳公式记号构造\n\nLean 内核已检查：\n1. 每个 shift / substitution / fixitr / negation 子变换必须完整消费输入公式，禁止忽略畸形尾部；\n2. 零、开放零、开放后继三类见证均为固定纯数值 token；\n3. 四条代入执行、三次否定、三个析取与两个全称量词均在同一 Option 失败语义中组合；\n4. 整个函数输入/输出只有 Nat 与 List Nat，且已证 primitive recursive；\n5. 任意规范 body 的最终结果逐 token 精确等于原定义 succInd(body)。\n\n关键端点公理画像仅\npropext / Classical.choice / Quot.sound；无 sorryAx、无项目公设。\nFoundationCompactNumericSuccIndSentence.lean", fillcolor="#dff2e8", color="#2f6f57", penwidth=2.8];
    numericfvsup [label="Primitive-recursive formula fvSup computation\n原始递归公式自由变量上确界计算\n\nLean 内核已检查：\n1. 复用同一数值语法任务栈，只在真正 term 位置识别 free-variable token；\n2. relation 标签、函数头、bound variable 与普通数字均不会误计；\n3. 单遍输出逐点等于 formula.fvarList，并保留同一未消费 suffix；\n4. listFvSup 的 max(index+1) fold 已独立证明 primitive recursive；\n5. 公开端点对任意规范公式精确返回 (formula.fvSup, suffix)。\n\n关键端点公理画像仅\npropext / Classical.choice / Quot.sound；无 sorryAx、无项目公设。\nFoundationCompactNumericFormulaFvSup.lean", fillcolor="#dff2e8", color="#2f6f57", penwidth=2.8];
    numericallclosure [label="Primitive-recursive iterated universal closure\n原始递归迭代全称闭包\n\nLean 内核已检查：\n1. 每一步真实前置一个 universal token 6，不把整段闭包当作单位成本；\n2. depth 次迭代的输入/输出只有 Nat 与 List Nat；\n3. step 与 nat-iterate 整体均已证明 primitive recursive；\n4. 对任意 arity=depth 的规范公式，结果逐 token 精确等于 ∀⁰* formula。\n\n边界：本节点本身不宣称按二进制 depth 多项式时间；\n必须由黄色节点先证明 depth <= candidate bit length。\n公理画像仅 Lean 标准公理；无 sorryAx、无项目公设。\nFoundationCompactNumericAllClosure.lean", fillcolor="#dff2e8", color="#2f6f57", penwidth=2.8];
    numerictokenbitlength [label="Primitive-recursive exact token bit length\n原始递归精确 token 位长\n\nLean 内核已检查：\n1. 每个 Nat token 用公开 binaryNatCode 重新编码；\n2. 任意 token 列表的总二进制位长函数已证 primitive recursive；\n3. 项与公式的规范 token 流重新编码后逐位等于原 binary code；\n4. 因而规范候选公式的 token 位长精确等于公开 formulaCode 位长。\n\n这关闭了把 token 数误当位长的坐标风险；\n公理画像仅 Lean 标准公理，无 sorryAx、无项目公设。\nFoundationCompactNumericTokenBitLength.lean", fillcolor="#dff2e8", color="#2f6f57", penwidth=2.8];
    numericguardedinduction [label="Primitive-recursive guarded induction comparator\n原始递归带守卫归纳句比较器\n\nLean 内核已检查：\n1. 先纯数值构造 succInd(body) 并精确计算 fvSup；\n2. 仅当 fvSup <= candidate formulaCode bit length 才执行 fixitr/allClosure；\n3. 生成句逐 token 等于标签 22 的真实 PA 归纳证书句；\n4. 对每个规范 body/candidate，布尔结果为 true iff 两个句子相等；\n5. 守卫拒绝分支由 typed guard completeness 排除漏接；\n6. 构造器、守卫及比较器均已证 primitive recursive。\n\n公理画像仅 propext / Classical.choice / Quot.sound；\n无隐藏长度参数、无 sorryAx、无项目公设。\nFoundationCompactNumericGuardedInductionSentence.lean", fillcolor="#dff2e8", color="#2f6f57", penwidth=2.8];
    numericfixedaxioms [label="Primitive-recursive fixed PA-axiom sentence table\n原始递归固定 PA 公理句表\n\nLean 内核已检查：\n1. 证书标签 0..21 的 22 个非归纳分支全覆盖；\n2. 20 个无参数公理直接返回规范句 token 常量；\n3. 函数外延按 4 个合法 (arity,code) 分派，关系外延按 2 个合法对分派；\n4. 输入/输出只有 Nat、Nat×Nat 和 List Nat，整个查表函数 primitive recursive；\n5. 每个规范固定证书逐 token 精确等于 certificate.sentence。\n\n五个审计端点公理画像仅\npropext / Classical.choice / Quot.sound；无 sorryAx。\nFoundationCompactNumericFixedPAAxiomSentence.lean", fillcolor="#dff2e8", color="#2f6f57", penwidth=2.8];
    numericallaxioms [label="Primitive-recursive all-23-tag PA-axiom comparator\n原始递归全部 23 标签 PA 公理比较器\n\nLean 内核已检查：\n1. 证书 parser 必须精确消费到空 suffix，禁止多余垃圾尾部；\n2. 标签 0..21 进入固定表，标签 22 进入带守卫归纳比较器；\n3. 非法函数/关系码、畸形归纳体和未知标签均拒绝；\n4. 任意证书 token 对规范候选句返回 true iff 存在真实 PA 公理证书，\n   输入恰为其完整 token 且 certificate.sentence = candidate；\n5. 完整比较器已证 primitive recursive。\n\n公理画像仅 propext / Classical.choice / Quot.sound；\n无 sorryAx、无项目公设。\nFoundationCompactNumericPAAxiomComparator.lean", fillcolor="#dff2e8", color="#2f6f57", penwidth=2.8];
    numericrules [label="10/10 primitive-recursive listed local rule checks\n十条列表证明局部规则纯数值检查全部闭合\n\nLean 内核已检查：\n1. closed / axm / verum / and / or / all / exs / wk / shift / cut 全覆盖；\n2. 每个输入只有公式 token、序列 token 列表及子节点布尔结果；\n3. free / substitution / negation / sequent shift 均调用真实纯数值变换；\n4. axm 调用同一个全部 23 标签比较器；\n5. 每条函数均 primitive recursive，规范字段上逐点等于\n   listedCertificateValidTrace 对应分支结果；\n6. 子有效性是任务栈返回值，不是外部证明假设。\n\n公理画像仅 propext / Classical.choice / Quot.sound；\n无 sorryAx、无项目公设。\nFoundationCompactNumericListedRuleChecks.lean", fillcolor="#dff2e8", color="#2f6f57", penwidth=2.8];
    numericnodefields [label="Primitive-recursive synchronized node-field parsers\n原始递归证明 / 证书节点字段解析器\n\nLean 内核已检查：\n1. proof 标签 0..9 按真实编码顺序解析父序列、主公式和见证项；\n2. 每个节点只消费立即字段，完整保留后续子证明 token；\n3. structural certificate 的 leaf/axiom/unary/binary 四形状全覆盖；\n4. axiom 节点精确截取完整 PA 公理证书 token；\n5. 两侧 dispatcher 均 primitive recursive；\n6. 对每个真实树/证书及任意 suffix，返回精确字段和同一子流。\n\n公理画像仅 propext / Classical.choice / Quot.sound；\n无 sorryAx、无项目公设。\nFoundationCompactNumericListedNodeFields.lean", fillcolor="#dff2e8", color="#2f6f57", penwidth=2.8];
    numericparser [label="Public local-check numeric graph\n公开局部检查纯数值图\n\nLean 内核已检查：\n1. 有限任务栈同步消费 proof/certificate 两条 token 流并核对节点形状；\n2. 子结论与子布尔结果自底向上送入十条真实局部合并器；\n3. 显式 fuel 覆盖完整规范树，形状错配、耗尽及畸形输入一律拒绝；\n4. 规范树结果逐点等于 listedCertificateValidTrace；\n5. 任意 packed code/formulaCode 上，新纯数值验证器与原公开验证器布尔值逐点相等。\n\n全部运行数据仅为 Nat / Bool / List；完整图已证 primitive recursive。\n定向探针与目标模块构建退出码 0；禁用项扫描为空；\n关键端点公理画像仅 propext / Classical.choice / Quot.sound。\nFoundationCompactNumericListedTaskMachine.lean\nFoundationCompactNumericListedPublicVerifier.lean", fillcolor="#dff2e8", color="#2f6f57", penwidth=2.8];
    localtableau [label="Local initial/step/final task-machine tableau\n任务机局部初态 / 单步 / 终态计算表\n\nLean 内核已检查：\n1. LocalTraceValid 要求行数精确 fuel+1；\n2. 第 0 行严格等于公开 initial state；\n3. 每个 i<fuel 的第 i+1 行严格等于 verifierStep(第 i 行)；\n4. 单步 transition relation、长度和初态关系均为 primitive recursive；\n5. canonical trace 满足局部表；任意合法局部表逐行等于 canonical trace；\n6. 因而 local validity iff canonical bounded run，\n   总局部谓词也是 primitive recursive。\n\n定向 Lean 探针退出码 0；相关端点公理画像仅\npropext / Classical.choice / Quot.sound；无 sorryAx。\nFoundationCompactNumericListedDirectTrace.lean", fillcolor="#dff2e8", color="#2f6f57", penwidth=2.8];
    packedstreamtrace [label="Packed payload + binary-Nat stream local traces\n打包载荷 + 二进制自然数流局部子轨迹\n\nLean 内核已检查：\n1. 见证记录 sentinel peel 后的真实 payload bits；\n2. BinaryNatStreamLocalTraceValid 检查精确行数、初态和每个 stream step；\n3. 规范流轨迹满足局部表，任意合法表恢复同一 bounded run；\n4. 最终状态输出严格等于目标 token list；\n5. 对任意 code/tokens：compactPackedTokenStream code = some tokens\n   iff exists trace, PackedTokenStreamDirectTraceValid；\n6. proof code 与 formula code 的两份子轨迹均已接入总 DirectTraceValid。\n\n新子模块目标构建和总见证探针退出码 0；\n关键端点公理画像仅 propext / Classical.choice / Quot.sound。\nFoundationCompactPackedTokenStreamDirectTrace.lean\nFoundationCompactNumericListedDirectTrace.lean", fillcolor="#dff2e8", color="#2f6f57", penwidth=2.8];
    parseroutertrace [label="Proof/certificate/formula parser outer local traces\n证明 / 证书 / 公式解析器外层局部轨迹\n\nLean 内核已检查：\n1. 三类 parser 共用同一 initial/step/final 局部计算表框架；\n2. 每份轨迹要求精确 fuel+1 行、真实初态及逐行真实 parserStep；\n3. 合法局部表 iff 同一 canonical bounded run；\n4. 对任意 tokens/suffix，三个公开 parser 返回 some suffix\n   iff 存在对应局部轨迹；\n5. proof、certificate、formula 三份轨迹均已接入总 DirectTraceValid；\n6. 三个局部有效性谓词及总公开见证保持 primitive recursive。\n\n新模块目标构建与总见证探针退出码 0；关键端点公理画像仅\npropext / Classical.choice / Quot.sound；无 sorryAx。\nFoundationCompactParserDirectTrace.lean\nFoundationCompactNumericListedDirectTrace.lean\n\n边界：各 parserStep 内部调用的原子字段 / 语法子过程，\n以及 certified parts / formula value 提取仍待继续展开。", fillcolor="#dff2e8", color="#2f6f57", penwidth=2.8];
    rootdispatchdecomp [label="Exact ten-tag root-field dispatch decomposition\n根节点字段十标签分派精确拆解\n\nLean 内核已检查：\n1. 输入空流与标签不在 0..9 时严格拒绝；\n2. 标签 0..9 分别选择真实 sequent-only、sequent+formula、\n   sequent+two-formula、closed-formula 或 formula+term 分支；\n3. root.1 必须严格等于所选公开标签；\n4. 分支 parser 必须精确返回 root.2，不存在替代结果；\n5. whole root parser = some root iff 十分支关系成立；\n6. 分支关系为 primitive recursive，已接入 certified-parts residual。\n\n目标构建、分解探针和总见证探针退出码 0；关键端点公理画像仅\npropext / Classical.choice / Quot.sound 或其子集；无 sorryAx。\nFoundationCompactNumericListedRootFieldsDecomposition.lean\nFoundationCompactNumericListedParseDecomposition.lean\n\n边界：所选分支内部的 sequent / formula / closed-formula / term\nvalue parser 仍以结果等式出现，下一步逐类打开。", fillcolor="#dff2e8", color="#2f6f57", penwidth=2.8];
    sequentvaluetrace [label="Sequent-value repeat + per-formula local traces\n序列值重复解析 + 逐公式局部轨迹\n\nLean 内核已检查：\n1. 首 token 精确作为 formula count，空输入严格拒绝；\n2. repeat 状态表行数精确 count+1，公式 parser 轨迹数精确 count；\n3. 第 i 份公式轨迹从第 i 行剩余 tokens 精确解析到第 i+1 行后缀；\n4. nextValues 严格等于 currentValues 追加真实 consumed prefix；\n5. 增强局部关系推出原 compactFormulaTokenValuesStep，不把它留作假设；\n6. 最终成功可逐行构造全部公式轨迹，反向恢复同一 repeat 结果；\n7. sequent value parser = some(values,suffix) iff 存在增强轨迹；\n8. 全部增强有效性谓词为 primitive recursive。\n\n单模块探针与目标构建退出码 0；全部端点公理画像仅\npropext / Classical.choice / Quot.sound；无 sorryAx。\nFoundationCompactSequentValueDirectTrace.lean\n\n边界：增强序列轨迹尚待按 root 标签与后续 formula / term /\nclosed-formula 轨迹组合为统一节点字段见证。", fillcolor="#dff2e8", color="#2f6f57", penwidth=2.8];
    termclosedtrace [label="Term + closed-formula parser local traces\n项解析器 + 闭公式解析器局部轨迹\n\nLean 内核已检查：\n1. term parser 使用同一 compactSyntaxParserStep 与 term 初态；\n2. closed-formula parser 使用真实 compactClosedSyntaxParserStep；\n3. 两类轨迹均检查精确 fuel+1 行、初态、每个单步和最终 suffix；\n4. term parser = some suffix iff 存在 term local trace；\n5. closed-formula parser = some suffix iff 存在 closed local trace；\n6. 两类有效性谓词均为 primitive recursive。\n\n单模块探针与目标构建退出码 0；四个新端点公理画像仅\npropext / Classical.choice / Quot.sound；无 sorryAx。\nFoundationCompactParserDirectTrace.lean", fillcolor="#dff2e8", color="#2f6f57", penwidth=2.8];
    parseresultdecomp [label="Exact parse-result wrapper decomposition\n解析结果包装层精确拆解\n\nLean 内核已检查：\n1. certified-parts 成功 iff 同一 proof parser 结果、同一 certificate\n   parser 空后缀、精确 consumed prefix 和绿色 root branch relation；\n2. whole-formula value 成功 iff 同一 formula parser 空后缀，\n   且记录值严格等于原 formula token stream；\n3. 两个 residual relation 均为 primitive recursive；\n4. root-node 结果已成为总公开见证的显式字段；\n5. 两个整包装函数与 whole root parser 结果等式均已从\n   DirectTraceValid 删除；\n6. publicVerifier=true iff exists DirectTraceValid 保持逐点精确。\n\n目标构建及总见证探针退出码 0；关键端点公理画像仅\npropext / Classical.choice / Quot.sound 或其子集；无 sorryAx。\nFoundationCompactNumericListedParseDecomposition.lean\nFoundationCompactNumericListedDirectTrace.lean", fillcolor="#dff2e8", color="#2f6f57", penwidth=2.8];
    directtrace [label="Direct finite public-verifier trace semantics\n公开验证器直接有限运行轨迹语义\n\nLean 内核已检查：\n1. 公开见证记录 proof/formula token 流、三类 parser 局部轨迹、\n   显式 root-node、root branch trace、解析值和完整 task-machine 状态列表；\n2. 两个 packed 输入各携带 payload/token-stream 局部子轨迹；\n3. proof、certificate、formula 外层 parser 均携带绿色局部计算表；\n4. certified-parts、whole-formula 及 root 十标签 parser 结果黑箱均已移除；\n5. 中央检查直接要求绿色 local task-machine tableau；\n6. 对任意 code/formulaCode：publicVerifier=true\n   iff exists trace, DirectTraceValid(code,formulaCode,trace)；\n7. DirectTraceValid 为 primitive recursive，且不调用 projection/rfind。\n\n定向 Lean 探针退出码 0；关键端点公理画像仅\npropext / Classical.choice / Quot.sound。\nFoundationCompactNumericListedDirectTrace.lean\n\n边界：verifierStep 内部原子语法变换的局部算术图、\n显式 Nat 序列化及多项式位长界仍待闭合。", fillcolor="#dff2e8", color="#2f6f57", penwidth=2.8];
    resemanticprobe [label="Generic RE/rfind representation audit\n通用递归可枚举 / 最小化搜索表示审计\n\nLean 内核已检查：\n1. P(bound,y) 精确表示存在载荷长度 <= bound 的接受码；\n2. witness relation primitive recursive，P 为 RE predicate；\n3. 固定 Nat.ArithPart1.Code 并保留 Code.eval 求值证明；\n4. 二变量 Sigma-one 公式与有限一致性句的标准模型语义精确；\n5. 二进制数词实例具有线性于输入位长的公式符号数界；\n6. 接受实例在 PA 中定性可证并有真实 Derivation2。\n\n定量审计结论：构造链实际经过\nREPred.projection -> Partrec.projection -> rfindOpt -> Code.rfind；\n其算术公式含“所有更小搜索阶段失败”的 bounded minimality。\n目前没有该前缀证明长度关于载荷位长的多项式界，\n故它只保留为语义审计，不作为 suitable numeration。\n目标构建通过；公理画像仅标准三项。\nFoundationCompactNumericListedProofPredicate.lean", fillcolor="#e9e3f5", color="#76639a", penwidth=2.6];
-     compactformula [label="【主终端当前：Explicitly coded direct CompactProof】\n显式编码的直接紧凑证明算术公式\n\n目标公式：\nP_direct(bound,y) := exists proofCode,\n  payloadLength(proofCode) <= bound and\n  exists traceCode, DirectVerifierTraceCode(proofCode,y,traceCode)。\n\n前置进展：绿色 packedstreamtrace + parseroutertrace +\nrootdispatchdecomp + sequentvaluetrace + termclosedtrace + rootfieldtrace +\nrootdirectdispatch + rootresidualtrace + roottraceintegration +\nadditivecodecbase + directtracecode + parseresultdecomp + localtableau + directtrace。\n\n当前必须由 Lean 内核关闭：\n1. 为直接轨迹定义诚实 structural weight（结构位权），证明\n   additiveTokenBitLength 不超过该位权的固定线性/多项式式；\n2. 从合法公开轨迹的 fuel、消费前缀及状态不变量，证明该位权\n   关于 Nat.size(proofCode)+Nat.size(formulaCode) 有固定多项式界；\n3. 把 verifierStep 内部原子语法变换改写为可局部核验算术图；\n4. 直接手写二变量 Sigma-one 公式，禁止 projection/rfind，\n   并证明标准模型语义逐点 iff 同一 P(bound,y)。\n\n当前第一义务：展开完整 trace codec 的精确位长等式，\n建立各子轨迹长度、每行状态位权与总状态数的组合预算。", fillcolor="#fff0c9", color="#b37a12", penwidth=2.8];
+     compactformula [label="【主终端当前：Explicitly coded direct CompactProof】\n显式编码的直接紧凑证明算术公式\n\n目标公式：\nP_direct(bound,y) := exists proofCode,\n  payloadLength(proofCode) <= bound and\n  exists traceCode, DirectVerifierTraceCode(proofCode,y,traceCode)。\n\n前置进展：绿色 packedstreamtrace + parseroutertrace +\nrootdispatchdecomp + sequentvaluetrace + termclosedtrace + rootfieldtrace +\nrootdirectdispatch + rootresidualtrace + roottraceintegration +\nadditivecodecbase + additiveweightexact + directtracecode +\ntracecomponentdecomp + parseresultdecomp + localtableau + directtrace。\n\n当前必须由 Lean 内核关闭：\n1. 对十二个已显式分离的语义分量逐项证明公开输入位长界；\n2. 当前先用 fuel+1 行数等式和列表汇总引理，证明中央状态表\n   的位权界；核心子义务是 verifierStep 保持状态内容预算；\n3. 把 verifierStep 内部原子语法变换改写为可局部核验算术图；\n4. 直接手写二变量 Sigma-one 公式，禁止 projection/rfind，\n   并证明标准模型语义逐点 iff 同一 P(bound,y)。\n\n已完成：trace code 码长 = 2 * traceWeight + 1，且\ntraceWeight 已精确分成十二项。当前第一义务：证明每一合法\n中央状态行的 token/任务/子结果总位权受同一多项式预算控制。", fillcolor="#fff0c9", color="#b37a12", penwidth=2.8];
    patrace [label="PA proof compiler for the direct trace formula\n直接轨迹公式的 PA 短证明编译器\n\n等待黄色 direct CompactProof 公式闭合后启动：\n给定 proofCode 与合法接受轨迹，构造同一公式实例的真实\nPA Derivation2，并证明公式生成、见证、逐步核验及拼接的\n完整证明载荷长度为输入位长的固定多项式。\n\n禁止逐实例调用 Sigma-one completeness / Classical.choice\n来声称任何长度结论。", fillcolor="#f3f3f3", color="#777777", style="rounded,filled,dashed"];
    suitable [label="suitable numeration（合适枚举）\nbit graph representability（位图可表示性）\npolynomial proof construction（多项式证明构造）", fillcolor="#f3f3f3", color="#777777", style="rounded,filled,dashed"];
    cond0 [label="Pudlak condition (0)（普德拉克条件 0）\nPA 内证明 proof-bound monotonicity（证明长度界单调性）\nP 的较紧/较松 cutoff 可在同一公式中转换", fillcolor="#f3f3f3", color="#777777", style="rounded,filled,dashed"];
    cond1 [label="Pudlak condition (1)（普德拉克条件 1）\nexternal short proof -> internal P(n, code(phi))\n外部短证明以多项式开销内部化为 P 实例", fillcolor="#f3f3f3", color="#777777", style="rounded,filled,dashed"];
    cond2 [label="Pudlak condition (2)（普德拉克条件 2）\nP(n,m) -> P(q1(n), code(P(n,m)))\n证明谓词实例自身的定量内部化", fillcolor="#f3f3f3", color="#777777", style="rounded,filled,dashed"];
    cond3 [label="Pudlak condition (3)（普德拉克条件 3）\nbounded modus ponens composition（有界肯定前件合成）\nP(n,phi) 与 P(n,phi->psi) -> P(q2(n),psi)", fillcolor="#f3f3f3", color="#777777", style="rounded,filled,dashed"];
    mpcompiler [label="Accepted-code bounded modus ponens compiler\n接受码有界肯定前件编译器（外部语义层已闭合）\n\n同一公开列表保持验证器：\naccept(codeImp, A->B) + accept(codeA, A)\n  -> exists codeB, accept(codeB, B)\n完整载荷界：\n|codeB| <= |codeImp| + |codeA| + 240 + 34*S(A,B)\n两份输入 proof tree + certificate 原样复用\n树级、证书级、规范码级及任意接受码端点均已通过\n无隐藏长度参数；无 sorryAx\nFoundationCompactCertifiedModusPonens.lean\n\n注意：这里只关闭外部码合成；\nPA 内部 condition (3) 仍须由 arithmetic trace 内化。", fillcolor="#dff2e8", color="#2f6f57", penwidth=2.8];
    conjcompiler [label="Accepted-code bounded conjunction compiler\n接受码有界合取编译器（外部语义层已闭合）\n\naccept(codeA,A) + accept(codeB,B)\n  -> exists codeAnd, accept(codeAnd,A and B)\n完整载荷界：\n|codeAnd| <= |codeA| + |codeB| + 144 + 11*S(A,B)\n两棵输入树与两份完整证书原样复用\n任意接受码端点及 axiom profile 已通过\n无 sorryAx\nFoundationCompactCertifiedConjunction.lean\n\n注意：固定重言式与原文拼接步骤 (i)-(v)\n以及 PA 内部化仍未闭合。", fillcolor="#dff2e8", color="#2f6f57", penwidth=2.8];
    qdiagonal [label="Quantitative parameterized diagonalization\n定量参数化对角化（同一完整载荷坐标已闭合）\nFoundation parameterized_diagonal₁：固定 P 的全称证明为常数\n真实 Derivation2 实例化：cut + wk + exs + closed\n显式结构证书：binary(unary(baseCert), unary(leaf))\n公开列表保持验证器接受完整 proof+certificate 打包码\n短二进制数码项：2*previous+bit\n码长 O(Nat.size m)，标准模型值严格为 m\n最终完整载荷界：baseProof+baseCert+192\n + 2048*(formulaConstant+stepConstant*|m|+1)^3\n同一公式实例的精确最短载荷也不超过该界\n具体 CompactProof 谓词仍由灰色算术化节点提供\nFoundationCompactDerivationSpecialization.lean\nFoundationCompactCertifiedDerivationSpecialization.lean\nFoundationCompactBinaryNumeralTerm.lean\nFoundationCompactParameterizedDiagonalSpecialization.lean\n端点无 sorryAx", fillcolor="#dff2e8", color="#2f6f57", penwidth=2.8];
    proofassembly [label="Bounded proof-calculus assembly (i)-(v)\n有界证明演算拼接（原文步骤 i-v）\n固定命题重言式 + (0)-(3) + MP/conjunction composition\n逐步得到 not P(q5(m), bottom) -> D(m)\n每次拼接与公式实例化均须显式多项式长度", fillcolor="#f3f3f3", color="#777777", style="rounded,filled,dashed"];
    paconsistency [label="PA consistency in the standard model\nPA 在标准模型中的一致性\naccepted falsum proof -> real Derivation2 -> contradiction\n项目已有 noListedCertifiedPAProofOfFalsum；无 sorryAx", fillcolor="#dff2e8", color="#2f6f57", penwidth=2.4];
    exponentextract [label="Consistency contradiction + exponent extraction\n一致性反证 + 指数提取\n短 D(m) 证明与一致性冲突\nq5(m) 的多项式重标定 -> 存在 epsilon > 0\n推出 Con_A(n) 无 n^epsilon 长度证明", fillcolor="#f3f3f3", color="#777777", style="rounded,filled,dashed"];
    diagonal [label="Pudlak 1986 Theorem 3.1\n普德拉克 1986 定理 3.1\ndiagonal proof-length lower bound\n对角证明长度下界", fillcolor="#f3f3f3", color="#777777", style="rounded,filled,dashed", penwidth=2.0];
    internalnote [shape=note, label="关键注释：外部运行时间界不能自动变成 PA 内部短证明。\n必须构造 accepted computation trace（接受计算轨迹），\n并在同一算术编码中逐步验证。", fillcolor="#e8f1f8", color="#4e7892"];

    predicate -> resemanticprobe [label="exact standard-model relation\n精确标准模型关系"];
    minmeasure -> resemanticprobe [label="same honest payload length\n同一诚实载荷长度"];
    canonicalnormalize -> resemanticprobe [style=dotted, label="normalization audit only\n仅作规范化审计"];
    predicate -> listedconmeta [label="same accepted-code relation\n同一接受码关系"];
    minmeasure -> listedconmeta [label="same payload coordinate\n同一载荷坐标"];
    listedconmeta -> resemanticprobe [label="generic semantic representation\n通用定性语义表示"];
    canonicalnormalize -> listedconmeta [label="pointwise same-cutoff equivalence\n逐点同截断值等价"];
    polytime -> arithinput [label="same packed inputs and bit-cost coordinate\n同一打包输入与位成本坐标"];
    arithinput -> tokenstream [label="primitive-recursive payload and Nat-prefix base\n原始递归载荷与自然数前缀基础"];
    tokenstream -> bitsync [label="exact arbitrary-input stream semantics\n任意输入流精确语义"];
    tokenstream -> syntaxparser [label="bounded exact tokenization\n有界精确记号化"];
    bitsync -> syntaxbitsync [label="exact bit suffix invariant\n精确位后缀不变量"];
    syntaxparser -> syntaxbitsync [label="same term/formula token grammar\n同一项/公式 token 文法"];
    syntaxparser -> syntaxinversion [label="backward typed realization invariant\n反向类型化实现不变量"];
    syntaxinversion -> numericvalues [label="arbitrary syntax success is canonical\n任意语法成功均为真实规范前缀"];
    syntaxinversion -> closedformula [label="typed prefix recovery + no-fvar invariant\n类型化前缀恢复 + 无自由变量不变量"];
    closedformula -> proofparser [label="axm sentence task\n公理叶闭句任务"];
    syntaxparser -> proofparser [label="checked syntax-task machine\n已检查语法任务机"];
    syntaxparser -> certparser [label="induction-body formula parser\n归纳公理体公式解析"];
    syntaxinversion -> proofinversion [label="term / formula arbitrary inversion\n项 / 公式任意反演"];
    proofparser -> proofinversion [label="ten-rule numeric state machine\n十规则纯数值状态机"];
    closedformula -> proofinversion [label="real sentence recovery\n真实闭句恢复"];
    proofinversion -> numericnodefields [label="arbitrary proof success is canonical\n任意证明成功均为真实规范前缀"];
    syntaxinversion -> certinversion [label="induction-formula arbitrary inversion\n归纳公式任意反演"];
    certparser -> certinversion [label="23+4 certificate numeric machines\n23+4 类证书纯数值机"];
    certinversion -> numericnodefields [label="arbitrary certificate success is canonical\n任意证书成功均为真实规范前缀"];
    syntaxbitsync -> numericparser [label="term/formula typed-bit equivalence closed\n项/公式类型化位级等价已闭合"];
    bitsync -> proofbitsync [label="same exact bit suffix\n同一精确位后缀"];
    syntaxbitsync -> proofbitsync [label="typed sequent/term/formula components\n类型化序列/项/公式部件"];
    proofparser -> proofbitsync [label="same ten-rule token grammar\n同一十规则 token 文法"];
    bitsync -> certbitsync [label="same exact bit suffix\n同一精确位后缀"];
    syntaxbitsync -> certbitsync [label="induction-body formula synchronization\n归纳公式体同步"];
    certparser -> certbitsync [label="same 23+4 token grammar\n同一 23+4 类 token 文法"];
    proofbitsync -> numericparser [label="typed proof bit equivalence closed\n证明树类型化位级等价已闭合"];
    certbitsync -> numericparser [label="typed certificate bit equivalence closed\n证书类型化位级等价已闭合"];
    arithinput -> packedtokensync [label="same sentinel-packed inputs\n同一哨兵位打包输入"];
    tokenstream -> packedtokensync [label="primitive-recursive full tokenization\n原始递归完整 token 化"];
    proofbitsync -> packedtokensync [label="proof segment equivalence\n证明段等价"];
    certbitsync -> packedtokensync [label="certificate segment equivalence\n证书段等价"];
    packedtokensync -> numericvalues [label="same public token streams\n同一公开 token 流"];
    numericvalues -> numericchecks [label="exact numeric syntax values\n精确数值语法值"];
    numericvalues -> numericnodefields [label="sequent / formula / term immediate fields\n序列 / 公式 / 项立即字段"];
    numericchecks -> numericrules [label="same local list decisions\n同一局部列表判定"];
    numericvalues -> numericconstructors [label="canonical token values\n规范 token 值"];
    numericconstructors -> numericrules [label="six direct formula constructors\n六种直接公式构造"];
    numericvalues -> numericnegation [label="same parser task semantics\n同一解析任务语义"];
    numericnegation -> numericrules [label="exact De Morgan token transform\n精确 De Morgan 记号变换"];
    numericvalues -> numericshift [label="same parser task semantics\n同一解析任务语义"];
    numericshift -> numericrules [label="exact free-index successor transform\n精确自由变量后继变换"];
    numericvalues -> numericfree [label="same parser task and binder arity\n同一解析任务与绑定元数"];
    numericfree -> numericrules [label="exact arity-lowering free transform\n精确降元自由化变换"];
    numericvalues -> numericsubstitution [label="same parser task and witness tokens\n同一解析任务与见证记号"];
    numericsubstitution -> numericrules [label="exact qpow substitution transform\n精确量词下代入变换"];
    numericvalues -> numericfixitr [label="same parser task and binder arity\n同一解析任务与绑定元数"];
    numericfixitr -> numericparser [label="exact qpow fixitr transform\n精确量词下变量捕获变换"];
    numericconstructors -> numericsuccind [label="or / all token constructors\n析取 / 全称量词记号构造"];
    numericnegation -> numericsuccind [label="three exact negations\n三次精确否定"];
    numericshift -> numericsuccind [label="open-substitution namespace shift\n开放代入命名空间移位"];
    numericsubstitution -> numericsuccind [label="four exact substitution executions\n四条精确代入执行"];
    numericfixitr -> numericsuccind [label="capture open witnesses\n捕获开放见证"];
    numericsuccind -> numericguardedinduction [label="exact succInd(body) tokens\n精确后继归纳公式记号"];
    numericvalues -> numericfvsup [label="same checked syntax-task stack\n同一已检查语法任务栈"];
    numericsuccind -> numericfvsup [label="compute closure depth of succInd(body)\n计算归纳公式闭包深度"];
    numericfvsup -> numericguardedinduction [label="exact formula.fvSup value\n精确公式自由变量上确界"];
    numericfixitr -> numericallclosure [label="capture depth free variables first\n先捕获 depth 个自由变量"];
    numericfvsup -> numericallclosure [label="same exact closure depth\n同一精确闭包深度"];
    numericallclosure -> numericguardedinduction [label="guarded exact all-closure tokens\n带守卫精确全称闭包记号"];
    numericvalues -> numerictokenbitlength [label="candidate canonical token stream\n候选公式规范记号流"];
    numerictokenbitlength -> numericguardedinduction [label="actual candidate formulaCode bit length\n候选公式码真实位长"];
    numericfixitr -> numericguardedinduction [label="capture only after guard\n仅在守卫通过后捕获变量"];
    certbitsync -> numericguardedinduction [label="tag 22 induction body\n标签 22 归纳公式体"];
    numericguardedinduction -> numericallaxioms [label="guarded tag 22 exact result\n带守卫标签 22 精确结果"];
    certbitsync -> numericfixedaxioms [label="same PA-certificate tags and parameters\n同一 PA 证书标签与参数"];
    numericfixedaxioms -> numericallaxioms [label="tags 0..21 exact sentence tokens\n标签 0..21 精确公理句记号"];
    certinversion -> numericallaxioms [label="exact arbitrary certificate-token inversion\n任意证书记号精确反演"];
    numericallaxioms -> numericrules [label="axm branch comparator\n公理叶比较器"];
    numericrules -> numericparser [label="all ten local Boolean combiners closed\n十条局部布尔合并器全部闭合"];
    numericnodefields -> numericparser [label="exact child-stream scheduling inputs\n精确子流调度输入"];
    numericparser -> resemanticprobe [label="exact semantics audit\n精确语义审计"];
    numericparser -> localtableau [label="same bounded verifierStep\n同一有界验证器单步"];
    tokenstream -> packedstreamtrace [label="same bounded binary-Nat stream machine\n同一有界二进制自然数流机器"];
    arithinput -> packedstreamtrace [label="same sentinel payload peel\n同一哨兵位载荷剥离"];
    proofparser -> parseroutertrace [label="same proof parserStep\n同一证明解析单步"];
    certparser -> parseroutertrace [label="same certificate parserStep\n同一证书解析单步"];
    syntaxparser -> parseroutertrace [label="same formula parserStep\n同一公式解析单步"];
    parseroutertrace -> parseresultdecomp [label="exact parser outputs\n解析输出精确结果"];
    numericvalues -> parseresultdecomp [label="exact consumed token prefix\n精确已消费 token 前缀"];
    numericnodefields -> rootdispatchdecomp [label="same ten public root tags\n同一十个公开根标签"];
    rootdispatchdecomp -> parseresultdecomp [label="explicit branch-selected root result\n显式分支选择根结果"];
    numericvalues -> sequentvaluetrace [label="same counted formula-value repeat\n同一按数目公式值重复解析"];
    syntaxparser -> sequentvaluetrace [label="one exact formula local trace per repeat step\n每个重复单步一份精确公式局部轨迹"];
    syntaxparser -> termclosedtrace [label="same term parser state machine\n同一项解析状态机"];
    closedformula -> termclosedtrace [label="same closed-formula parser state machine\n同一闭公式解析状态机"];
    rootdispatchdecomp -> rootfieldtrace [label="same five field shapes selected by ten tags\n十标签选择同一五类字段形状"];
    sequentvaluetrace -> rootfieldtrace [label="checked sequent and per-formula traces\n已检查序列及逐公式轨迹"];
    termclosedtrace -> rootfieldtrace [label="checked term and closed-formula traces\n已检查项及闭公式轨迹"];
    localtableau -> directtrace [label="public witness uses local validity\n公开见证使用局部有效性"];
    packedstreamtrace -> directtrace [label="two public input subtraces\n两份公开输入子轨迹"];
    parseroutertrace -> directtrace [label="three parser local subtraces\n三份解析器局部子轨迹"];
    parseresultdecomp -> directtrace [label="wrapper-free explicit parse data\n无包装黑箱的显式解析数据"];
    predicate -> directtrace [label="exact accepted-code equivalence\n接受码关系精确等价"];
    directtrace -> roottraceintegration [label="same public total witness semantics\n同一公开总见证语义"];
    rootfieldtrace -> rootdirectdispatch [label="five shapes selected by exact public tags\n五类形状由公开标签精确选择"];
    rootdirectdispatch -> rootresidualtrace [label="replace old branch-result relation\n替换旧分支结果关系"];
    parseresultdecomp -> rootresidualtrace [label="same certified-parts exact decomposition\n同一已认证部件精确分解"];
    rootresidualtrace -> roottraceintegration [label="explicit residual field\n显式剩余关系字段"];
    roottraceintegration -> additivecodecbase [label="typed public trace data\n类型化公开轨迹数据"];
    defaultlistcode -> additivecodecbase [style=dotted, arrowhead=none, constraint=false, label="rejected default; motivates additive codec\n否决默认编码；改用加法型编码"];
-     additivecodecbase -> directtracecode [label="instantiate every nested public trace type\n实例化全部嵌套公开轨迹类型"];
-     directtracecode -> compactformula [label="next: polynomial bound for exact packed trace size\n下一步：精确打包轨迹位长的多项式界"];
+     additivecodecbase -> additiveweightexact [label="charge every token payload and delimiter\n逐 token 支付载荷与分隔成本"];
+     additiveweightexact -> directtracecode [label="instantiate exact additive measure on the full trace\n把精确加法度量实例化到完整轨迹"];
+     directtracecode -> tracecomponentdecomp [label="open the public witness at semantic component boundaries\n在语义分量边界打开公开见证"];
+     tracecomponentdecomp -> compactformula [label="next: bound all twelve components by public input size\n下一步：十二分量关于公开输入位长的界"];
    predicate -> compactformula [label="same accepted-code target\n同一接受码目标"];
    minmeasure -> compactformula [label="same honest payload cutoff\n同一诚实载荷截断"];
    listedconmeta -> compactformula [label="same finite-consistency target\n同一有限一致性目标"];
    resemanticprobe -> compactformula [style=dotted, arrowhead=none, constraint=false, label="semantic specification only; rfind program is not reused\n只保留语义规格；不复用最小化程序"];
    compactformula -> patrace [label="fixed formula and binary numerals\n固定公式与二进制数词"];
    internalnote -> patrace [style=dotted, arrowhead=none, constraint=false];
    patrace -> suitable;
    suitable -> cond0;
    suitable -> cond1;
    suitable -> cond2;
    suitable -> cond3;
    predicate -> mpcompiler [label="same public verifier\n同一公开验证器"];
    canonicalnormalize -> mpcompiler [label="decoded payload never grows\n解码规范化不增长"];
    mpcompiler -> cond3 [style=dotted, label="external compiler closed; PA internal proof remains\n外部编译已闭合；仍需 PA 内部短证明"];
    predicate -> conjcompiler [label="same public verifier\n同一公开验证器"];
    canonicalnormalize -> conjcompiler [label="decoded payload never grows\n解码规范化不增长"];
    conjcompiler -> proofassembly [style=dotted, label="external conjunction primitive closed\n外部合取原语已闭合"];
    compactformula -> qdiagonal [style=dotted, arrowhead=none, constraint=false, label="later instantiate the closed generic compiler at concrete P\n后续把已闭合通用编译器实例化到具体 P"];
    suitable -> qdiagonal [style=dotted, arrowhead=none, constraint=false, label="concrete P conditions belong to later assembly\n具体 P 条件属于后续拼接"];
    transformcode -> qdiagonal [label="formula-instance size bound already checked\n公式实例大小界已检查"];
    cond0 -> proofassembly;
    cond1 -> proofassembly;
    cond2 -> proofassembly;
    cond3 -> proofassembly;
    qdiagonal -> proofassembly;
    proofassembly -> exponentextract;
    paconsistency -> exponentextract;
    exponentextract -> diagonal;
  }

  subgraph cluster_buss {
    label="H. Buss-Pudlak lower bound（布斯-普德拉克下界）";
    color="#9a9a9a";
    style="rounded,dashed";

    family [label="F_n = Con_T((f(n))^c)\n有限一致性公式族\nsame T / proof system / symbol length\n同一理论 / 证明系统 / 符号长度", fillcolor="#f3f3f3", color="#777777", style="rounded,filled,dashed"];
    rescale [label="Buss 1994 Theorem 5\n布斯 1994 第 5 定理\ntime-constructible rescaling\n时间可构造重标定", fillcolor="#f3f3f3", color="#777777", style="rounded,filled,dashed", penwidth=2.0];
    lower [label="minProofLength(F_n) > U(n) eventually\n最短证明长度最终大于 U(n)\nsuper-polynomial lower bound（超多项式下界）", fillcolor="#e9e3f5", color="#76639a", style="rounded,filled,dashed", penwidth=2.0];
    lowernote [shape=note, label="关键注释：文献下界只能用于原文满足条件的\nformula family（公式族）、proof system（证明系统）\n和 symbol length（符号长度）；名字相似不能替代对象恒等。", fillcolor="#e8f1f8", color="#4e7892"];

    compactformula -> family [label="same CompactProof predicate\n同一紧凑证明谓词"];
    minmeasure -> family [label="exact minimum length coordinate\n精确最短长度坐标"];
    diagonal -> rescale [label="power lower-bound seed\n幂下界种子"];
    family -> rescale;
    rescale -> lower [label="explicit time-constructible f\n显式时间可构造函数 f"];
    lowernote -> rescale [style=dotted, arrowhead=none, constraint=false];
  }

  subgraph cluster_collision {
    label="I. Same-object upper bound and collision（同对象上界与碰撞）";
    color="#9a9a9a";
    style="rounded,dashed";

    sondowcert [label="Sondow checked certificates\n索多已检查证书\nassume gamma rational（假设欧拉常数有理）\n本节点只表示证书已检查，不等于同对象上界已完成", fillcolor="#dff2e8", color="#3f7c66"];
    samecompiler [label="Sondow same-object compiler\n索多同对象编译器\ncertificate -> real proof of the same F_n\n证书 -> 同一 F_n 的真实证明", fillcolor="#f3f3f3", color="#777777", style="rounded,filled,dashed"];
    upper [label="minProofLength(F_n) <= U(n)\n最短证明长度不超过多项式 U(n)\npolynomial upper bound（多项式上界）\n等待 same-object compiler（同对象编译器）", fillcolor="#f3f3f3", color="#777777", style="rounded,filled,dashed"];
    collision [label="U(N) < minProofLength(F_N) <= U(N)\n同一 N、同一公式、同一检查器、同一长度的矛盾\ncollision theorem（碰撞定理）", fillcolor="#f8d9d6", color="#a8443d", style="rounded,filled,dashed", penwidth=2.5];
    final [label="not is_rational euler_mascheroni\n欧拉-马歇罗尼常数非有理\n仅在全部上游根定理闭合后成立", fillcolor="#f8d9d6", color="#a8443d", style="rounded,filled,dashed", penwidth=2.5];
    samenote [shape=note, label="关键注释：碰撞必须是同一 N、同一 F_N、\n同一 checker（检查器）和同一 length measure（长度度量）。\n只证明两个抽象接口各自存在不能形成碰撞。", fillcolor="#e8f1f8", color="#4e7892"];

    sondowcert -> samecompiler;
    family -> samecompiler [label="formula identity\n公式恒等"];
    predicate -> samecompiler [label="same checker/length\n同一检查器/长度"];
    minmeasure -> samecompiler [label="same minimum payload measure\n同一最短载荷度量"];
    samecompiler -> upper [label="canonical accepted proof code\n规范且被接受的证明码"];
    upper -> collision [label="same F_N / same length\n同一 F_N / 同一长度"];
    lower -> collision [label="same F_N / same length\n同一 F_N / 同一长度"];
    samenote -> collision [style=dotted, arrowhead=none, constraint=false];
    collision -> final;
  }

  subgraph cluster_audit {
    label="J. Submission-grade audit gates（投稿级审计门）";
    color="#76639a";
    style="rounded";

    axioms [label="#print axioms audit（公理画像审计）\n已完成节点仅依赖：\npropext（命题外延）\nClassical.choice（经典选择）\nQuot.sound（商类型可靠性）", fillcolor="#e9e3f5", color="#76639a"];
    forbidden [label="Forbidden project assumptions（禁止项目级假设）\nno tail_gap（无尾部间隙参数）\nno upper_provider（无上界提供者参数）\nno project proof_length（无项目证明长度公设）\nno sorryAx（无未完成证明公设）", fillcolor="#e9e3f5", color="#76639a"];
    gate [label="Final dependency audit（最终依赖审计）\nsame formula / parameter / checker / measure\n同一公式 / 参数 / 检查器 / 度量", fillcolor="#e9e3f5", color="#76639a", penwidth=2.0];

    totalcanonical -> axioms [style=dotted];
    publiciff -> axioms [style=dotted];
    completeness -> axioms [style=dotted];
    nattrace -> axioms [style=dotted];
    polytime -> forbidden [style=dashed];
    diagonal -> forbidden [style=dashed];
    samecompiler -> forbidden [style=dashed];
    lower -> gate;
    upper -> gate;
    axioms -> gate;
    forbidden -> gate;
    gate -> collision [style=dashed, label="audit pass\n审计通过"];
  }

  subgraph cluster_rejected_routes {
    label="K. Rejected historical routes（经审计弃用的历史路线；不通向主结论）";
    color="#a8443d";
    style="rounded,dashed";

    rawgodel [label="Nat.size(rawProofCode) lower bound\n原始哥德尔证明码位长下界\nunary-numeral encoding artifact（一元数词编码伪影）", fillcolor="#f8d9d6", color="#a8443d", style="rounded,filled,dashed"];
    postfixraw [label="Postfix checker rebuilding rawCode\n重建 rawCode 的后缀检查器\nprimitive recursive != polynomial time\n原始递归不等于多项式时间", fillcolor="#f8d9d6", color="#a8443d", style="rounded,filled,dashed"];
    abstractgap [label="tail_gap / computable_gap input\n尾部间隙 / 可计算间隙输入\nassumes the lower bound（预设下界）", fillcolor="#f8d9d6", color="#a8443d", style="rounded,filled,dashed"];
    abstractupper [label="upper_provider input\n上界提供者输入\nassumes the Sondow bridge（预设索多桥）", fillcolor="#f8d9d6", color="#a8443d", style="rounded,filled,dashed"];
    unsimulated [label="Unproved Hilbert-system simulation\n未证明的 Hilbert 系统模拟\nwrong/uncalibrated proof measure\n错误或未校准的证明度量", fillcolor="#f8d9d6", color="#a8443d", style="rounded,filled,dashed"];
    graft [label="strengthened_to_partial / transfer_to_graft\n加强到部分 / 嫁接转移接口\ninterface packaging without source theorem\n只有接口包装、没有源定理", fillcolor="#f8d9d6", color="#a8443d", style="rounded,filled,dashed"];
    rejectednote [shape=note, label="弃用判据：编码伪影、循环输入、对象错位，\n或只给接口而没有根定理。\n本区域没有任何边连接最终碰撞定理。", fillcolor="#fff1f0", color="#a8443d"];

    rawgodel -> postfixraw [style=dotted, color="#a8443d"];
    abstractgap -> graft [style=dotted, color="#a8443d"];
    abstractupper -> graft [style=dotted, color="#a8443d"];
    unsimulated -> graft [style=dotted, color="#a8443d"];
    rejectednote -> graft [style=dotted, arrowhead=none, color="#a8443d"];
  }
}
